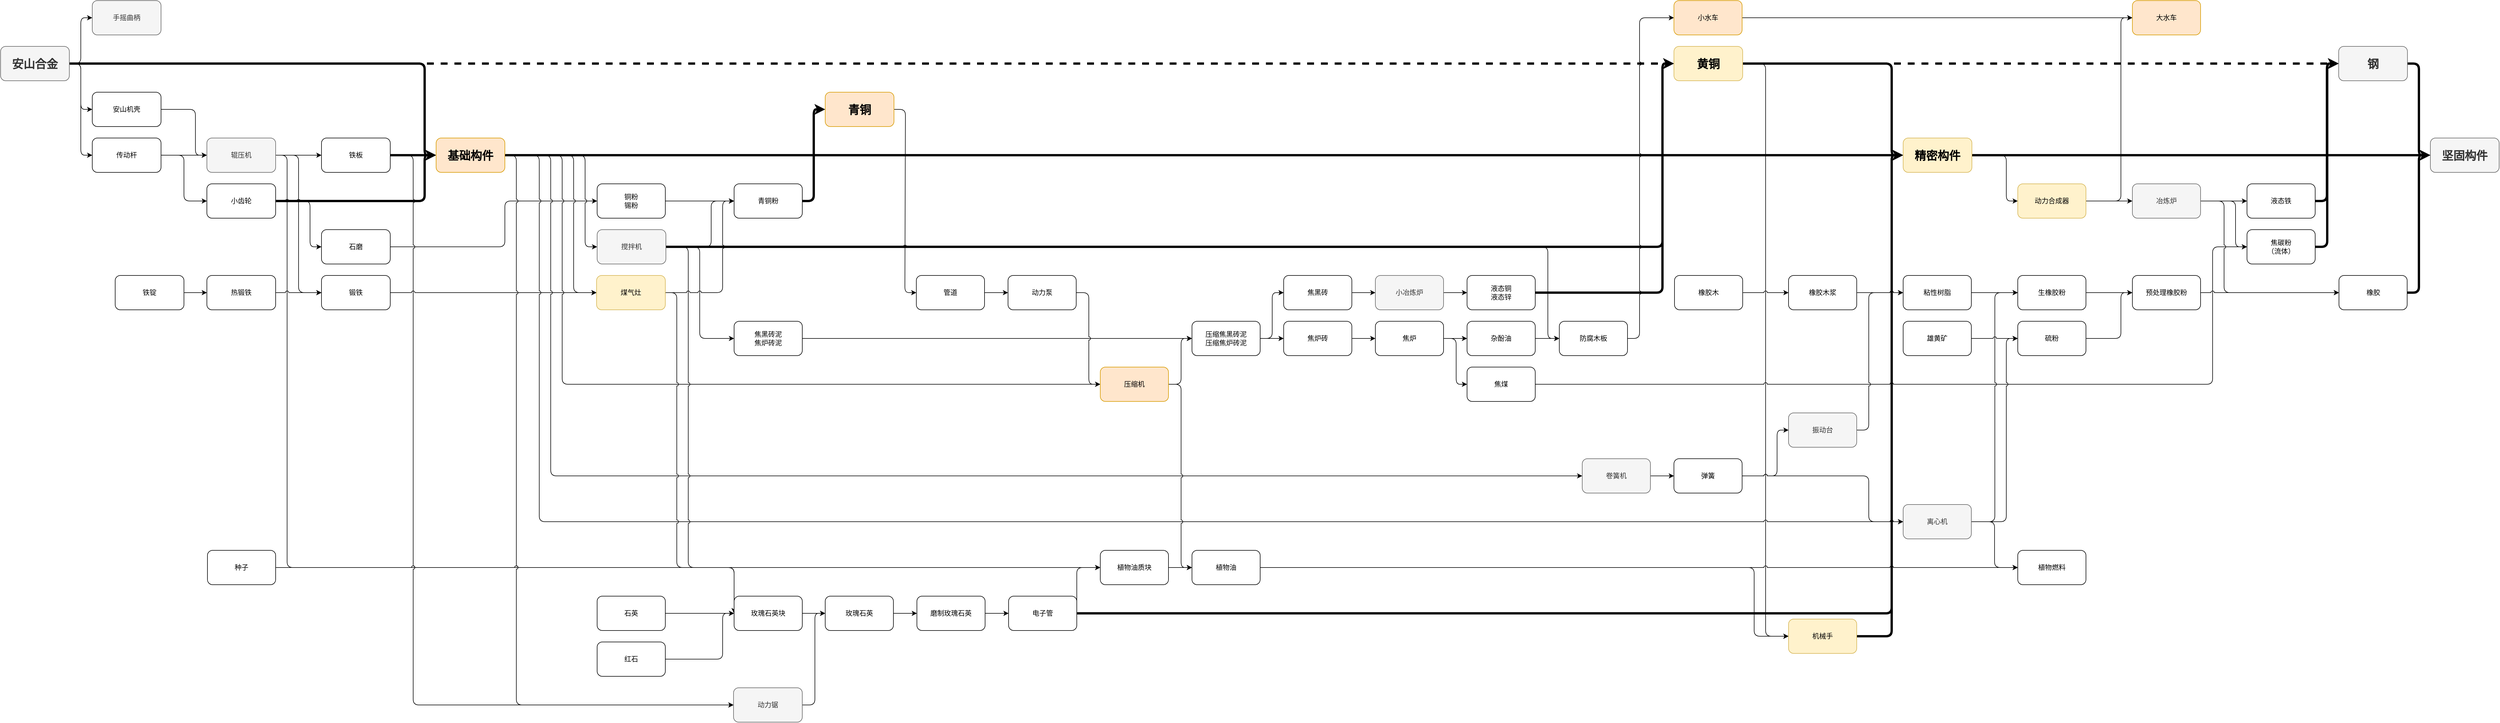
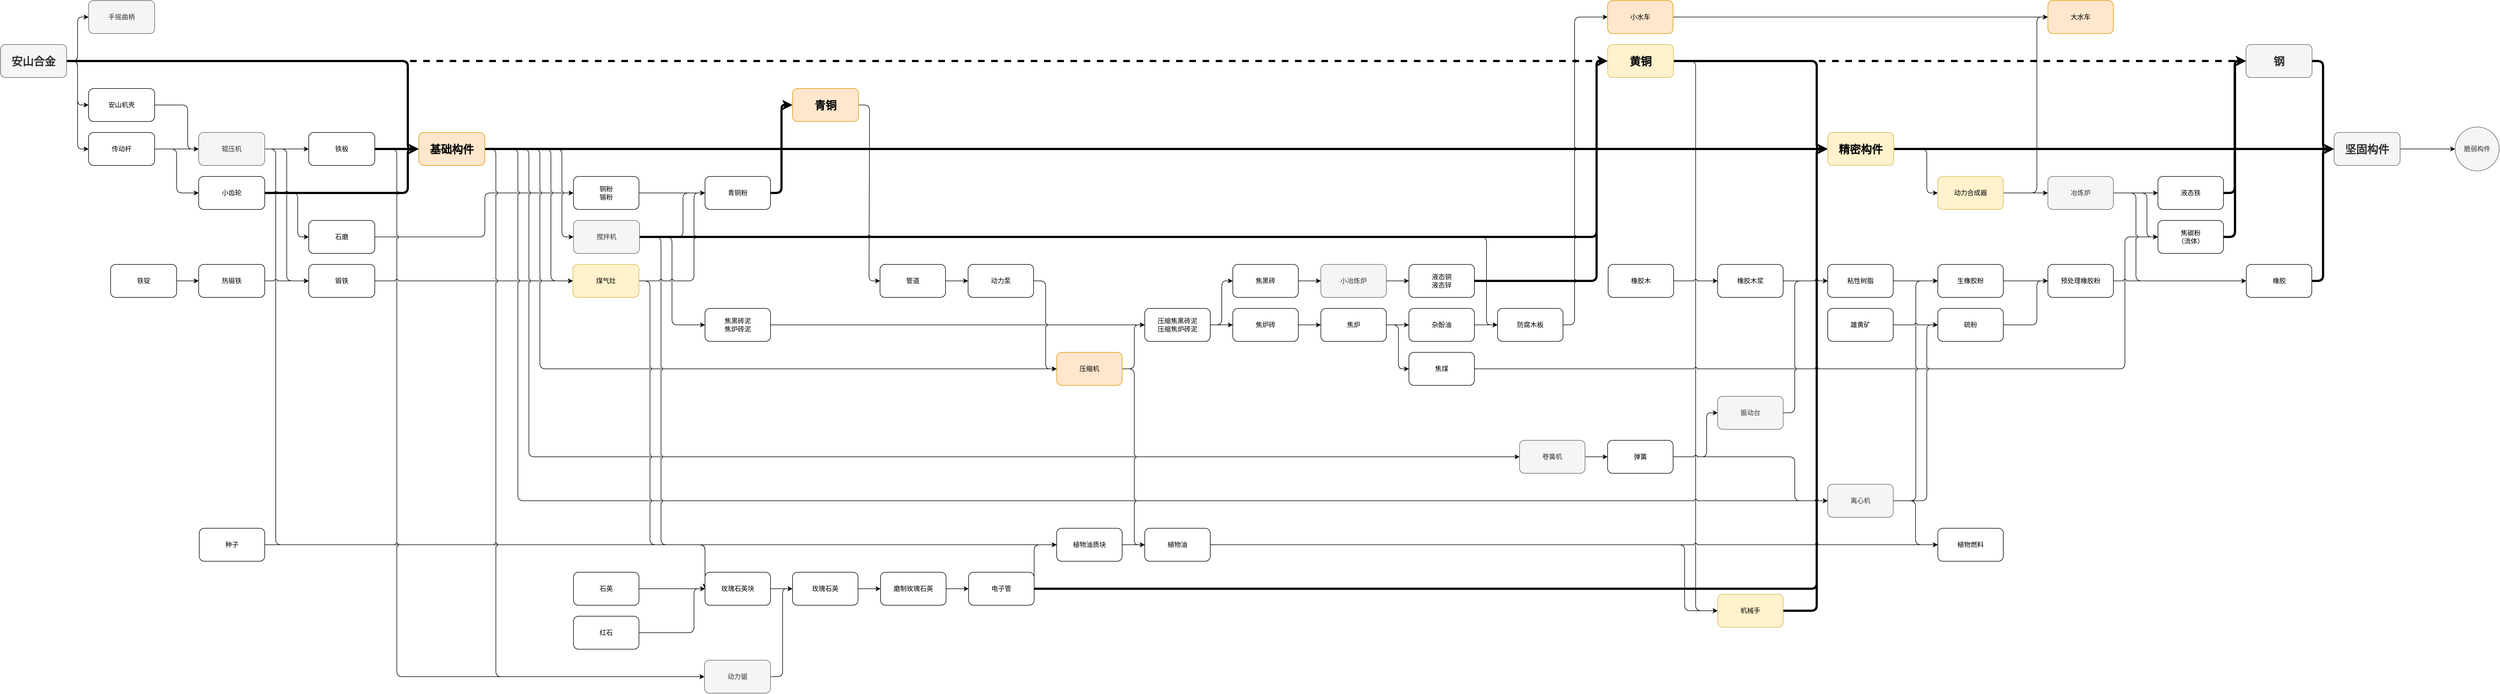
<mxfile host="app.diagrams.net">
  <diagram name="第 1 页" id="wbue6hbnNwZZhj_0dkD_">
-     <mxGraphModel dx="2651" dy="2873" grid="1" gridSize="10" guides="1" tooltips="1" connect="1" arrows="1" fold="1" page="1" pageScale="1" pageWidth="827" pageHeight="1169" math="0" shadow="0">
+     <mxGraphModel dx="1562" dy="2036" grid="1" gridSize="10" guides="1" tooltips="1" connect="1" arrows="1" fold="1" page="1" pageScale="1" pageWidth="827" pageHeight="1169" math="0" shadow="0">
      <root>
        <mxCell id="0" />
        <mxCell id="1" parent="0" />
        <mxCell id="hVVgvd0LLLONm7yzlIF5-7" edge="1" parent="1" source="hVVgvd0LLLONm7yzlIF5-4" style="edgeStyle=orthogonalEdgeStyle;rounded=1;orthogonalLoop=1;jettySize=auto;html=1;exitX=1;exitY=0.5;exitDx=0;exitDy=0;curved=0;strokeColor=#000000;align=center;verticalAlign=middle;fontFamily=Helvetica;fontSize=11;fontColor=default;labelBackgroundColor=default;jumpStyle=none;endArrow=classic;strokeWidth=4;dashed=1;" target="hVVgvd0LLLONm7yzlIF5-5">
          <mxGeometry relative="1" as="geometry">
            <Array as="points">
              <mxPoint x="310" y="-800" />
              <mxPoint x="310" y="-800" />
            </Array>
          </mxGeometry>
        </mxCell>
        <mxCell id="hVVgvd0LLLONm7yzlIF5-9" edge="1" parent="1" source="hVVgvd0LLLONm7yzlIF5-4" style="edgeStyle=orthogonalEdgeStyle;rounded=1;orthogonalLoop=1;jettySize=auto;html=1;exitX=1;exitY=0.5;exitDx=0;exitDy=0;entryX=0;entryY=0.5;entryDx=0;entryDy=0;curved=0;jumpStyle=arc;strokeColor=default;align=center;verticalAlign=middle;fontFamily=Helvetica;fontSize=11;fontColor=default;labelBackgroundColor=default;endArrow=classic;" target="hVVgvd0LLLONm7yzlIF5-8">
          <mxGeometry relative="1" as="geometry">
            <Array as="points">
              <mxPoint x="180" y="-800" />
              <mxPoint x="180" y="-640" />
            </Array>
          </mxGeometry>
        </mxCell>
        <mxCell id="hVVgvd0LLLONm7yzlIF5-11" edge="1" parent="1" source="hVVgvd0LLLONm7yzlIF5-4" style="edgeStyle=orthogonalEdgeStyle;rounded=1;orthogonalLoop=1;jettySize=auto;html=1;exitX=1;exitY=0.5;exitDx=0;exitDy=0;entryX=0;entryY=0.5;entryDx=0;entryDy=0;curved=0;strokeColor=default;align=center;verticalAlign=middle;fontFamily=Helvetica;fontSize=11;fontColor=default;labelBackgroundColor=default;jumpStyle=arc;endArrow=classic;" target="hVVgvd0LLLONm7yzlIF5-10">
          <mxGeometry relative="1" as="geometry" />
        </mxCell>
        <mxCell id="hVVgvd0LLLONm7yzlIF5-25" edge="1" parent="1" source="hVVgvd0LLLONm7yzlIF5-4" style="edgeStyle=orthogonalEdgeStyle;shape=connector;curved=0;rounded=1;jumpStyle=none;orthogonalLoop=1;jettySize=auto;html=1;exitX=1;exitY=0.5;exitDx=0;exitDy=0;entryX=0;entryY=0.5;entryDx=0;entryDy=0;strokeColor=default;align=center;verticalAlign=middle;fontFamily=Helvetica;fontSize=11;fontColor=default;labelBackgroundColor=default;endArrow=classic;strokeWidth=4;" target="hVVgvd0LLLONm7yzlIF5-23">
          <mxGeometry relative="1" as="geometry">
            <Array as="points">
              <mxPoint x="780" y="-800" />
              <mxPoint x="780" y="-640" />
            </Array>
          </mxGeometry>
        </mxCell>
        <mxCell id="BimTSkt5NrRpgPhiDMTA-27" edge="1" parent="1" source="hVVgvd0LLLONm7yzlIF5-4" style="edgeStyle=orthogonalEdgeStyle;shape=connector;curved=0;rounded=1;jumpStyle=arc;orthogonalLoop=1;jettySize=auto;html=1;exitX=1;exitY=0.5;exitDx=0;exitDy=0;entryX=0;entryY=0.5;entryDx=0;entryDy=0;strokeColor=default;align=center;verticalAlign=middle;fontFamily=Helvetica;fontSize=11;fontColor=default;labelBackgroundColor=default;endArrow=classic;" target="BimTSkt5NrRpgPhiDMTA-26">
          <mxGeometry relative="1" as="geometry" />
        </mxCell>
        <mxCell id="hVVgvd0LLLONm7yzlIF5-4" parent="1" style="rounded=1;whiteSpace=wrap;html=1;fillColor=#f5f5f5;fontColor=#333333;strokeColor=#666666;" value="&lt;b&gt;&lt;font style=&quot;font-size: 20px;&quot;&gt;安山合金&lt;/font&gt;&lt;/b&gt;" vertex="1">
          <mxGeometry height="60" width="120" x="40" y="-830" as="geometry" />
        </mxCell>
        <mxCell id="BimTSkt5NrRpgPhiDMTA-9" edge="1" parent="1" source="hVVgvd0LLLONm7yzlIF5-5" style="edgeStyle=orthogonalEdgeStyle;shape=connector;curved=0;rounded=1;jumpStyle=arc;orthogonalLoop=1;jettySize=auto;html=1;exitX=1;exitY=0.5;exitDx=0;exitDy=0;entryX=0;entryY=0.5;entryDx=0;entryDy=0;strokeColor=default;align=center;verticalAlign=middle;fontFamily=Helvetica;fontSize=11;fontColor=default;labelBackgroundColor=default;endArrow=classic;strokeWidth=4;" target="BimTSkt5NrRpgPhiDMTA-8">
          <mxGeometry relative="1" as="geometry">
            <Array as="points">
              <mxPoint x="3340" y="-800" />
              <mxPoint x="3340" y="-640" />
            </Array>
          </mxGeometry>
        </mxCell>
        <mxCell id="BimTSkt5NrRpgPhiDMTA-15" edge="1" parent="1" source="hVVgvd0LLLONm7yzlIF5-5" style="edgeStyle=orthogonalEdgeStyle;shape=connector;curved=0;rounded=1;jumpStyle=arc;orthogonalLoop=1;jettySize=auto;html=1;exitX=1;exitY=0.5;exitDx=0;exitDy=0;entryX=0;entryY=0.5;entryDx=0;entryDy=0;strokeColor=default;align=center;verticalAlign=middle;fontFamily=Helvetica;fontSize=11;fontColor=default;labelBackgroundColor=default;endArrow=classic;" target="BimTSkt5NrRpgPhiDMTA-11">
          <mxGeometry relative="1" as="geometry">
            <Array as="points">
              <mxPoint x="3120" y="-800" />
              <mxPoint x="3120" y="200" />
            </Array>
          </mxGeometry>
        </mxCell>
        <mxCell id="BimTSkt5NrRpgPhiDMTA-49" edge="1" parent="1" source="hVVgvd0LLLONm7yzlIF5-5" style="edgeStyle=orthogonalEdgeStyle;rounded=1;orthogonalLoop=1;jettySize=auto;html=1;exitX=1;exitY=0.5;exitDx=0;exitDy=0;entryX=0;entryY=0.5;entryDx=0;entryDy=0;strokeWidth=4;dashed=1;" target="BimTSkt5NrRpgPhiDMTA-45">
          <mxGeometry relative="1" as="geometry" />
        </mxCell>
        <mxCell id="hVVgvd0LLLONm7yzlIF5-5" parent="1" style="rounded=1;whiteSpace=wrap;html=1;fillColor=#fff2cc;strokeColor=#d6b656;" value="&lt;b&gt;&lt;font style=&quot;font-size: 20px;&quot;&gt;黄铜&lt;/font&gt;&lt;/b&gt;" vertex="1">
          <mxGeometry height="60" width="120" x="2960" y="-830" as="geometry" />
        </mxCell>
        <mxCell id="hVVgvd0LLLONm7yzlIF5-39" edge="1" parent="1" source="hVVgvd0LLLONm7yzlIF5-6" style="edgeStyle=orthogonalEdgeStyle;shape=connector;curved=0;rounded=1;jumpStyle=arc;orthogonalLoop=1;jettySize=auto;html=1;exitX=1;exitY=0.5;exitDx=0;exitDy=0;entryX=0;entryY=0.5;entryDx=0;entryDy=0;strokeColor=default;align=center;verticalAlign=middle;fontFamily=Helvetica;fontSize=11;fontColor=default;labelBackgroundColor=default;endArrow=classic;" target="hVVgvd0LLLONm7yzlIF5-38">
          <mxGeometry relative="1" as="geometry" />
        </mxCell>
        <mxCell id="hVVgvd0LLLONm7yzlIF5-6" parent="1" style="rounded=1;whiteSpace=wrap;html=1;fillColor=#ffe6cc;strokeColor=#d79b00;" value="&lt;b&gt;&lt;font style=&quot;font-size: 20px;&quot;&gt;青铜&lt;/font&gt;&lt;/b&gt;" vertex="1">
          <mxGeometry height="60" width="120" x="1479" y="-750" as="geometry" />
        </mxCell>
        <mxCell id="hVVgvd0LLLONm7yzlIF5-14" edge="1" parent="1" source="hVVgvd0LLLONm7yzlIF5-8" style="edgeStyle=orthogonalEdgeStyle;shape=connector;curved=0;rounded=1;orthogonalLoop=1;jettySize=auto;html=1;exitX=1;exitY=0.5;exitDx=0;exitDy=0;entryX=0;entryY=0.5;entryDx=0;entryDy=0;strokeColor=default;align=center;verticalAlign=middle;fontFamily=Helvetica;fontSize=11;fontColor=default;labelBackgroundColor=default;endArrow=classic;jumpStyle=arc;" target="hVVgvd0LLLONm7yzlIF5-12">
          <mxGeometry relative="1" as="geometry" />
        </mxCell>
        <mxCell id="hVVgvd0LLLONm7yzlIF5-16" edge="1" parent="1" source="hVVgvd0LLLONm7yzlIF5-8" style="edgeStyle=orthogonalEdgeStyle;shape=connector;curved=0;rounded=1;orthogonalLoop=1;jettySize=auto;html=1;exitX=1;exitY=0.5;exitDx=0;exitDy=0;entryX=0;entryY=0.5;entryDx=0;entryDy=0;strokeColor=default;align=center;verticalAlign=middle;fontFamily=Helvetica;fontSize=11;fontColor=default;labelBackgroundColor=default;endArrow=classic;jumpStyle=arc;" target="hVVgvd0LLLONm7yzlIF5-15">
          <mxGeometry relative="1" as="geometry">
            <Array as="points">
              <mxPoint x="360" y="-640" />
              <mxPoint x="360" y="-560" />
            </Array>
            <mxPoint x="320" y="-720.02" as="sourcePoint" />
            <mxPoint x="400" y="-560.02" as="targetPoint" />
          </mxGeometry>
        </mxCell>
        <mxCell id="hVVgvd0LLLONm7yzlIF5-8" parent="1" style="rounded=1;whiteSpace=wrap;html=1;" value="传动杆" vertex="1">
          <mxGeometry height="60" width="120" x="200" y="-670" as="geometry" />
        </mxCell>
        <mxCell id="hVVgvd0LLLONm7yzlIF5-13" edge="1" parent="1" source="hVVgvd0LLLONm7yzlIF5-10" style="edgeStyle=orthogonalEdgeStyle;shape=connector;curved=0;rounded=1;orthogonalLoop=1;jettySize=auto;html=1;exitX=1;exitY=0.5;exitDx=0;exitDy=0;strokeColor=default;align=center;verticalAlign=middle;fontFamily=Helvetica;fontSize=11;fontColor=default;labelBackgroundColor=default;endArrow=classic;entryX=0;entryY=0.5;entryDx=0;entryDy=0;jumpStyle=arc;" target="hVVgvd0LLLONm7yzlIF5-12">
          <mxGeometry relative="1" as="geometry">
            <Array as="points">
              <mxPoint x="380" y="-720" />
              <mxPoint x="380" y="-640" />
            </Array>
          </mxGeometry>
        </mxCell>
        <mxCell id="hVVgvd0LLLONm7yzlIF5-10" parent="1" style="rounded=1;whiteSpace=wrap;html=1;" value="安山机壳" vertex="1">
          <mxGeometry height="60" width="120" x="200" y="-750" as="geometry" />
        </mxCell>
        <mxCell id="hVVgvd0LLLONm7yzlIF5-19" edge="1" parent="1" source="hVVgvd0LLLONm7yzlIF5-12" style="edgeStyle=orthogonalEdgeStyle;shape=connector;curved=0;rounded=1;orthogonalLoop=1;jettySize=auto;html=1;exitX=1;exitY=0.5;exitDx=0;exitDy=0;entryX=0;entryY=0.5;entryDx=0;entryDy=0;strokeColor=default;align=center;verticalAlign=middle;fontFamily=Helvetica;fontSize=11;fontColor=default;labelBackgroundColor=default;endArrow=classic;jumpStyle=arc;" target="hVVgvd0LLLONm7yzlIF5-18">
          <mxGeometry relative="1" as="geometry" />
        </mxCell>
        <mxCell id="hVVgvd0LLLONm7yzlIF5-22" edge="1" parent="1" source="hVVgvd0LLLONm7yzlIF5-12" style="edgeStyle=orthogonalEdgeStyle;shape=connector;curved=0;rounded=1;orthogonalLoop=1;jettySize=auto;html=1;exitX=1;exitY=0.5;exitDx=0;exitDy=0;entryX=0;entryY=0.5;entryDx=0;entryDy=0;strokeColor=default;align=center;verticalAlign=middle;fontFamily=Helvetica;fontSize=11;fontColor=default;labelBackgroundColor=default;endArrow=classic;jumpStyle=arc;" target="hVVgvd0LLLONm7yzlIF5-21">
          <mxGeometry relative="1" as="geometry" />
        </mxCell>
        <mxCell id="BimTSkt5NrRpgPhiDMTA-93" edge="1" parent="1" source="hVVgvd0LLLONm7yzlIF5-12" style="edgeStyle=orthogonalEdgeStyle;shape=connector;rounded=1;jumpStyle=arc;orthogonalLoop=1;jettySize=auto;html=1;exitX=1;exitY=0.5;exitDx=0;exitDy=0;entryX=0;entryY=0.5;entryDx=0;entryDy=0;strokeColor=default;align=center;verticalAlign=middle;fontFamily=Helvetica;fontSize=11;fontColor=default;labelBackgroundColor=default;endArrow=classic;" target="BimTSkt5NrRpgPhiDMTA-90">
          <mxGeometry relative="1" as="geometry">
            <Array as="points">
              <mxPoint x="540" y="-640" />
              <mxPoint x="540" y="80" />
            </Array>
          </mxGeometry>
        </mxCell>
        <mxCell id="hVVgvd0LLLONm7yzlIF5-12" parent="1" style="rounded=1;whiteSpace=wrap;html=1;fillColor=#f5f5f5;fontColor=#333333;strokeColor=#666666;" value="辊压机" vertex="1">
          <mxGeometry height="60" width="120" x="400" y="-670" as="geometry" />
        </mxCell>
        <mxCell id="hVVgvd0LLLONm7yzlIF5-20" edge="1" parent="1" source="hVVgvd0LLLONm7yzlIF5-15" style="edgeStyle=orthogonalEdgeStyle;shape=connector;curved=0;rounded=1;orthogonalLoop=1;jettySize=auto;html=1;exitX=1;exitY=0.5;exitDx=0;exitDy=0;strokeColor=default;align=center;verticalAlign=middle;fontFamily=Helvetica;fontSize=11;fontColor=default;labelBackgroundColor=default;endArrow=classic;entryX=0;entryY=0.5;entryDx=0;entryDy=0;jumpStyle=arc;" target="hVVgvd0LLLONm7yzlIF5-17">
          <mxGeometry relative="1" as="geometry">
            <Array as="points">
              <mxPoint x="580" y="-560" />
              <mxPoint x="580" y="-480" />
            </Array>
            <mxPoint x="590" y="-560.0344827586207" as="targetPoint" />
          </mxGeometry>
        </mxCell>
        <mxCell id="BimTSkt5NrRpgPhiDMTA-10" edge="1" parent="1" source="hVVgvd0LLLONm7yzlIF5-15" style="edgeStyle=orthogonalEdgeStyle;shape=connector;curved=0;rounded=1;jumpStyle=none;orthogonalLoop=1;jettySize=auto;html=1;exitX=1;exitY=0.5;exitDx=0;exitDy=0;entryX=0;entryY=0.5;entryDx=0;entryDy=0;strokeColor=default;align=center;verticalAlign=middle;fontFamily=Helvetica;fontSize=11;fontColor=default;labelBackgroundColor=default;endArrow=classic;strokeWidth=4;" target="hVVgvd0LLLONm7yzlIF5-23">
          <mxGeometry relative="1" as="geometry">
            <Array as="points">
              <mxPoint x="780" y="-560" />
              <mxPoint x="780" y="-640" />
            </Array>
          </mxGeometry>
        </mxCell>
        <mxCell id="hVVgvd0LLLONm7yzlIF5-15" parent="1" style="rounded=1;whiteSpace=wrap;html=1;" value="小齿轮" vertex="1">
          <mxGeometry height="60" width="120" x="400" y="-590" as="geometry" />
        </mxCell>
        <mxCell id="hVVgvd0LLLONm7yzlIF5-35" edge="1" parent="1" source="hVVgvd0LLLONm7yzlIF5-17" style="edgeStyle=orthogonalEdgeStyle;shape=connector;curved=0;rounded=1;jumpStyle=arc;orthogonalLoop=1;jettySize=auto;html=1;exitX=1;exitY=0.5;exitDx=0;exitDy=0;entryX=0;entryY=0.5;entryDx=0;entryDy=0;strokeColor=default;align=center;verticalAlign=middle;fontFamily=Helvetica;fontSize=11;fontColor=default;labelBackgroundColor=default;endArrow=classic;" target="hVVgvd0LLLONm7yzlIF5-32">
          <mxGeometry relative="1" as="geometry">
            <Array as="points">
              <mxPoint x="920" y="-480" />
              <mxPoint x="920" y="-560" />
            </Array>
          </mxGeometry>
        </mxCell>
        <mxCell id="hVVgvd0LLLONm7yzlIF5-17" parent="1" style="rounded=1;whiteSpace=wrap;html=1;" value="石磨" vertex="1">
          <mxGeometry height="60" width="120" x="600" y="-510" as="geometry" />
        </mxCell>
        <mxCell id="hVVgvd0LLLONm7yzlIF5-24" edge="1" parent="1" source="hVVgvd0LLLONm7yzlIF5-18" style="edgeStyle=orthogonalEdgeStyle;shape=connector;curved=0;rounded=1;jumpStyle=none;orthogonalLoop=1;jettySize=auto;html=1;exitX=1;exitY=0.5;exitDx=0;exitDy=0;strokeColor=default;align=center;verticalAlign=middle;fontFamily=Helvetica;fontSize=11;fontColor=default;labelBackgroundColor=default;endArrow=classic;strokeWidth=4;entryX=0;entryY=0.5;entryDx=0;entryDy=0;" target="hVVgvd0LLLONm7yzlIF5-23">
          <mxGeometry relative="1" as="geometry" />
        </mxCell>
        <mxCell id="4fcqwB5ZCuZv3aRTupUW-13" edge="1" parent="1" source="hVVgvd0LLLONm7yzlIF5-18" style="edgeStyle=orthogonalEdgeStyle;shape=connector;curved=0;rounded=1;jumpStyle=arc;orthogonalLoop=1;jettySize=auto;html=1;exitX=1;exitY=0.5;exitDx=0;exitDy=0;entryX=0;entryY=0.5;entryDx=0;entryDy=0;strokeColor=default;align=center;verticalAlign=middle;fontFamily=Helvetica;fontSize=11;fontColor=default;labelBackgroundColor=default;endArrow=classic;" target="4fcqwB5ZCuZv3aRTupUW-11">
          <mxGeometry relative="1" as="geometry">
            <Array as="points">
              <mxPoint x="760" y="-640" />
              <mxPoint x="760" y="320" />
            </Array>
          </mxGeometry>
        </mxCell>
        <mxCell id="hVVgvd0LLLONm7yzlIF5-18" parent="1" style="rounded=1;whiteSpace=wrap;html=1;" value="铁板" vertex="1">
          <mxGeometry height="60" width="120" x="600" y="-670" as="geometry" />
        </mxCell>
        <mxCell id="BimTSkt5NrRpgPhiDMTA-78" edge="1" parent="1" source="hVVgvd0LLLONm7yzlIF5-21" style="edgeStyle=orthogonalEdgeStyle;shape=connector;rounded=1;jumpStyle=arc;orthogonalLoop=1;jettySize=auto;html=1;exitX=1;exitY=0.5;exitDx=0;exitDy=0;entryX=0;entryY=0.5;entryDx=0;entryDy=0;strokeColor=default;align=center;verticalAlign=middle;fontFamily=Helvetica;fontSize=11;fontColor=default;labelBackgroundColor=default;endArrow=classic;" target="hVVgvd0LLLONm7yzlIF5-48">
          <mxGeometry relative="1" as="geometry" />
        </mxCell>
        <mxCell id="hVVgvd0LLLONm7yzlIF5-21" parent="1" style="rounded=1;whiteSpace=wrap;html=1;" value="锻铁" vertex="1">
          <mxGeometry height="60" width="120" x="600" y="-430" as="geometry" />
        </mxCell>
        <mxCell id="hVVgvd0LLLONm7yzlIF5-28" edge="1" parent="1" style="edgeStyle=orthogonalEdgeStyle;shape=connector;curved=0;rounded=1;jumpStyle=arc;orthogonalLoop=1;jettySize=auto;html=1;entryX=0;entryY=0.5;entryDx=0;entryDy=0;strokeColor=default;align=center;verticalAlign=middle;fontFamily=Helvetica;fontSize=11;fontColor=default;labelBackgroundColor=default;endArrow=classic;" target="hVVgvd0LLLONm7yzlIF5-27">
          <mxGeometry relative="1" as="geometry">
            <Array as="points">
              <mxPoint x="1060" y="-640" />
              <mxPoint x="1060" y="-480" />
            </Array>
            <mxPoint x="920" y="-640" as="sourcePoint" />
          </mxGeometry>
        </mxCell>
        <mxCell id="hVVgvd0LLLONm7yzlIF5-44" edge="1" parent="1" source="hVVgvd0LLLONm7yzlIF5-23" style="edgeStyle=orthogonalEdgeStyle;shape=connector;curved=0;rounded=1;jumpStyle=arc;orthogonalLoop=1;jettySize=auto;html=1;exitX=1;exitY=0.5;exitDx=0;exitDy=0;entryX=0;entryY=0.5;entryDx=0;entryDy=0;strokeColor=default;align=center;verticalAlign=middle;fontFamily=Helvetica;fontSize=11;fontColor=default;labelBackgroundColor=default;endArrow=classic;" target="hVVgvd0LLLONm7yzlIF5-42">
          <mxGeometry relative="1" as="geometry">
            <Array as="points">
              <mxPoint x="1020" y="-640" />
              <mxPoint x="1020" y="-240" />
            </Array>
            <mxPoint x="960" y="-640" as="sourcePoint" />
          </mxGeometry>
        </mxCell>
        <mxCell id="hVVgvd0LLLONm7yzlIF5-50" edge="1" parent="1" source="hVVgvd0LLLONm7yzlIF5-23" style="edgeStyle=orthogonalEdgeStyle;shape=connector;curved=0;rounded=1;jumpStyle=arc;orthogonalLoop=1;jettySize=auto;html=1;exitX=1;exitY=0.5;exitDx=0;exitDy=0;entryX=0;entryY=0.5;entryDx=0;entryDy=0;strokeColor=default;align=center;verticalAlign=middle;fontFamily=Helvetica;fontSize=11;fontColor=default;labelBackgroundColor=default;endArrow=classic;" target="hVVgvd0LLLONm7yzlIF5-48">
          <mxGeometry relative="1" as="geometry">
            <Array as="points">
              <mxPoint x="1040" y="-640" />
              <mxPoint x="1040" y="-400" />
            </Array>
            <mxPoint x="960" y="-640" as="sourcePoint" />
          </mxGeometry>
        </mxCell>
        <mxCell id="4fcqwB5ZCuZv3aRTupUW-12" edge="1" parent="1" source="hVVgvd0LLLONm7yzlIF5-23" style="edgeStyle=orthogonalEdgeStyle;shape=connector;curved=0;rounded=1;jumpStyle=arc;orthogonalLoop=1;jettySize=auto;html=1;exitX=1;exitY=0.5;exitDx=0;exitDy=0;entryX=0;entryY=0.5;entryDx=0;entryDy=0;strokeColor=default;align=center;verticalAlign=middle;fontFamily=Helvetica;fontSize=11;fontColor=default;labelBackgroundColor=default;endArrow=classic;" target="4fcqwB5ZCuZv3aRTupUW-11">
          <mxGeometry relative="1" as="geometry">
            <Array as="points">
              <mxPoint x="940" y="-640" />
              <mxPoint x="940" y="320" />
            </Array>
          </mxGeometry>
        </mxCell>
        <mxCell id="BimTSkt5NrRpgPhiDMTA-16" edge="1" parent="1" source="hVVgvd0LLLONm7yzlIF5-23" style="edgeStyle=orthogonalEdgeStyle;shape=connector;curved=0;rounded=1;jumpStyle=none;orthogonalLoop=1;jettySize=auto;html=1;exitX=1;exitY=0.5;exitDx=0;exitDy=0;entryX=0;entryY=0.5;entryDx=0;entryDy=0;strokeColor=#000000;align=center;verticalAlign=middle;fontFamily=Helvetica;fontSize=11;fontColor=default;labelBackgroundColor=default;endArrow=classic;strokeWidth=4;" target="BimTSkt5NrRpgPhiDMTA-8">
          <mxGeometry relative="1" as="geometry" />
        </mxCell>
        <mxCell id="BimTSkt5NrRpgPhiDMTA-76" edge="1" parent="1" source="hVVgvd0LLLONm7yzlIF5-23" style="edgeStyle=orthogonalEdgeStyle;shape=connector;rounded=1;jumpStyle=arc;orthogonalLoop=1;jettySize=auto;html=1;exitX=1;exitY=0.5;exitDx=0;exitDy=0;strokeColor=default;align=center;verticalAlign=middle;fontFamily=Helvetica;fontSize=11;fontColor=default;labelBackgroundColor=default;endArrow=classic;entryX=0;entryY=0.5;entryDx=0;entryDy=0;" target="BimTSkt5NrRpgPhiDMTA-73">
          <mxGeometry relative="1" as="geometry">
            <Array as="points">
              <mxPoint x="1000" y="-640" />
              <mxPoint x="1000" y="-80" />
            </Array>
            <mxPoint x="2200" y="-110" as="targetPoint" />
          </mxGeometry>
        </mxCell>
        <mxCell id="BimTSkt5NrRpgPhiDMTA-83" edge="1" parent="1" source="hVVgvd0LLLONm7yzlIF5-23" style="edgeStyle=orthogonalEdgeStyle;shape=connector;rounded=1;jumpStyle=arc;orthogonalLoop=1;jettySize=auto;html=1;exitX=1;exitY=0.5;exitDx=0;exitDy=0;entryX=0;entryY=0.5;entryDx=0;entryDy=0;strokeColor=default;align=center;verticalAlign=middle;fontFamily=Helvetica;fontSize=11;fontColor=default;labelBackgroundColor=default;endArrow=classic;" target="BimTSkt5NrRpgPhiDMTA-65">
          <mxGeometry relative="1" as="geometry">
            <Array as="points">
              <mxPoint x="980" y="-640" />
              <mxPoint x="980" />
            </Array>
          </mxGeometry>
        </mxCell>
        <mxCell id="hVVgvd0LLLONm7yzlIF5-23" parent="1" style="rounded=1;whiteSpace=wrap;html=1;fillColor=#ffe6cc;strokeColor=#d79b00;" value="&lt;b&gt;&lt;font style=&quot;font-size: 20px;&quot;&gt;基础构件&lt;/font&gt;&lt;/b&gt;" vertex="1">
          <mxGeometry height="60" width="120" x="800" y="-670" as="geometry" />
        </mxCell>
        <mxCell id="hVVgvd0LLLONm7yzlIF5-30" edge="1" parent="1" source="hVVgvd0LLLONm7yzlIF5-27" style="edgeStyle=orthogonalEdgeStyle;shape=connector;curved=0;rounded=1;jumpStyle=arc;orthogonalLoop=1;jettySize=auto;html=1;exitX=1;exitY=0.5;exitDx=0;exitDy=0;strokeColor=default;align=center;verticalAlign=middle;fontFamily=Helvetica;fontSize=11;fontColor=default;labelBackgroundColor=default;endArrow=classic;entryX=0;entryY=0.5;entryDx=0;entryDy=0;" target="hVVgvd0LLLONm7yzlIF5-29">
          <mxGeometry relative="1" as="geometry">
            <Array as="points">
              <mxPoint x="1280" y="-480" />
              <mxPoint x="1280" y="-560" />
            </Array>
            <mxPoint x="1280" y="-470" as="targetPoint" />
          </mxGeometry>
        </mxCell>
        <mxCell id="hVVgvd0LLLONm7yzlIF5-37" edge="1" parent="1" source="hVVgvd0LLLONm7yzlIF5-27" style="edgeStyle=orthogonalEdgeStyle;shape=connector;curved=0;rounded=1;jumpStyle=arc;orthogonalLoop=1;jettySize=auto;html=1;exitX=1;exitY=0.5;exitDx=0;exitDy=0;entryX=0;entryY=0.5;entryDx=0;entryDy=0;strokeColor=default;align=center;verticalAlign=middle;fontFamily=Helvetica;fontSize=11;fontColor=default;labelBackgroundColor=default;endArrow=classic;" target="hVVgvd0LLLONm7yzlIF5-36">
          <mxGeometry relative="1" as="geometry">
            <Array as="points">
              <mxPoint x="1260" y="-480" />
              <mxPoint x="1260" y="-320" />
              <mxPoint x="1320" y="-320" />
            </Array>
          </mxGeometry>
        </mxCell>
        <mxCell id="4fcqwB5ZCuZv3aRTupUW-6" edge="1" parent="1" source="hVVgvd0LLLONm7yzlIF5-27" style="edgeStyle=orthogonalEdgeStyle;shape=connector;curved=0;rounded=1;jumpStyle=arc;orthogonalLoop=1;jettySize=auto;html=1;exitX=1;exitY=0.5;exitDx=0;exitDy=0;entryX=0;entryY=0.5;entryDx=0;entryDy=0;strokeColor=default;align=center;verticalAlign=middle;fontFamily=Helvetica;fontSize=11;fontColor=default;labelBackgroundColor=default;endArrow=classic;" target="4fcqwB5ZCuZv3aRTupUW-4">
          <mxGeometry relative="1" as="geometry">
            <Array as="points">
              <mxPoint x="1240" y="-480" />
              <mxPoint x="1240" y="80" />
            </Array>
          </mxGeometry>
        </mxCell>
        <mxCell id="BimTSkt5NrRpgPhiDMTA-6" edge="1" parent="1" source="hVVgvd0LLLONm7yzlIF5-27" style="edgeStyle=orthogonalEdgeStyle;shape=connector;curved=0;rounded=1;jumpStyle=none;orthogonalLoop=1;jettySize=auto;html=1;exitX=1;exitY=0.5;exitDx=0;exitDy=0;strokeColor=default;align=center;verticalAlign=middle;fontFamily=Helvetica;fontSize=11;fontColor=default;labelBackgroundColor=default;endArrow=classic;entryX=0;entryY=0.5;entryDx=0;entryDy=0;strokeWidth=4;" target="hVVgvd0LLLONm7yzlIF5-5">
          <mxGeometry relative="1" as="geometry">
            <Array as="points">
              <mxPoint x="2940" y="-480" />
              <mxPoint x="2940" y="-800" />
            </Array>
            <mxPoint x="2680" y="-790" as="targetPoint" />
          </mxGeometry>
        </mxCell>
        <mxCell id="BimTSkt5NrRpgPhiDMTA-31" edge="1" parent="1" source="hVVgvd0LLLONm7yzlIF5-27" style="edgeStyle=orthogonalEdgeStyle;shape=connector;curved=0;rounded=1;jumpStyle=arc;orthogonalLoop=1;jettySize=auto;html=1;exitX=1;exitY=0.5;exitDx=0;exitDy=0;entryX=0;entryY=0.5;entryDx=0;entryDy=0;strokeColor=default;align=center;verticalAlign=middle;fontFamily=Helvetica;fontSize=11;fontColor=default;labelBackgroundColor=default;endArrow=classic;" target="BimTSkt5NrRpgPhiDMTA-29">
          <mxGeometry relative="1" as="geometry">
            <Array as="points">
              <mxPoint x="2740" y="-480" />
              <mxPoint x="2740" y="-320" />
            </Array>
          </mxGeometry>
        </mxCell>
        <mxCell id="hVVgvd0LLLONm7yzlIF5-27" parent="1" style="rounded=1;whiteSpace=wrap;html=1;fillColor=#f5f5f5;fontColor=#333333;strokeColor=#666666;" value="搅拌机" vertex="1">
          <mxGeometry height="60" width="120" x="1081" y="-510" as="geometry" />
        </mxCell>
        <mxCell id="hVVgvd0LLLONm7yzlIF5-31" edge="1" parent="1" source="hVVgvd0LLLONm7yzlIF5-29" style="edgeStyle=orthogonalEdgeStyle;shape=connector;curved=0;rounded=1;jumpStyle=none;orthogonalLoop=1;jettySize=auto;html=1;exitX=1;exitY=0.5;exitDx=0;exitDy=0;entryX=0;entryY=0.5;entryDx=0;entryDy=0;strokeColor=default;align=center;verticalAlign=middle;fontFamily=Helvetica;fontSize=11;fontColor=default;labelBackgroundColor=default;endArrow=classic;strokeWidth=4;" target="hVVgvd0LLLONm7yzlIF5-6">
          <mxGeometry relative="1" as="geometry" />
        </mxCell>
        <mxCell id="hVVgvd0LLLONm7yzlIF5-29" parent="1" style="rounded=1;whiteSpace=wrap;html=1;" value="青铜粉" vertex="1">
          <mxGeometry height="60" width="119" x="1320" y="-590" as="geometry" />
        </mxCell>
        <mxCell id="hVVgvd0LLLONm7yzlIF5-34" edge="1" parent="1" source="hVVgvd0LLLONm7yzlIF5-32" style="edgeStyle=orthogonalEdgeStyle;shape=connector;curved=0;rounded=1;jumpStyle=arc;orthogonalLoop=1;jettySize=auto;html=1;exitX=1;exitY=0.5;exitDx=0;exitDy=0;entryX=0;entryY=0.5;entryDx=0;entryDy=0;strokeColor=default;align=center;verticalAlign=middle;fontFamily=Helvetica;fontSize=11;fontColor=default;labelBackgroundColor=default;endArrow=classic;" target="hVVgvd0LLLONm7yzlIF5-29">
          <mxGeometry relative="1" as="geometry">
            <Array as="points">
              <mxPoint x="1270" y="-560" />
              <mxPoint x="1270" y="-560" />
            </Array>
          </mxGeometry>
        </mxCell>
        <mxCell id="hVVgvd0LLLONm7yzlIF5-32" parent="1" style="rounded=1;whiteSpace=wrap;html=1;" value="铜粉&lt;div&gt;锡粉&lt;/div&gt;" vertex="1">
          <mxGeometry height="60" width="119" x="1081" y="-590" as="geometry" />
        </mxCell>
        <mxCell id="hVVgvd0LLLONm7yzlIF5-47" edge="1" parent="1" source="hVVgvd0LLLONm7yzlIF5-36" style="edgeStyle=orthogonalEdgeStyle;shape=connector;curved=0;rounded=1;jumpStyle=arc;orthogonalLoop=1;jettySize=auto;html=1;exitX=1;exitY=0.5;exitDx=0;exitDy=0;entryX=0;entryY=0.5;entryDx=0;entryDy=0;strokeColor=default;align=center;verticalAlign=middle;fontFamily=Helvetica;fontSize=11;fontColor=default;labelBackgroundColor=default;endArrow=classic;" target="hVVgvd0LLLONm7yzlIF5-45">
          <mxGeometry relative="1" as="geometry">
            <Array as="points">
              <mxPoint x="2119" y="-320" />
            </Array>
          </mxGeometry>
        </mxCell>
        <mxCell id="hVVgvd0LLLONm7yzlIF5-36" parent="1" style="rounded=1;whiteSpace=wrap;html=1;" value="焦黑砖泥&lt;div&gt;焦炉砖泥&lt;/div&gt;" vertex="1">
          <mxGeometry height="60" width="119" x="1320" y="-350" as="geometry" />
        </mxCell>
        <mxCell id="hVVgvd0LLLONm7yzlIF5-41" edge="1" parent="1" source="hVVgvd0LLLONm7yzlIF5-38" style="edgeStyle=orthogonalEdgeStyle;shape=connector;curved=0;rounded=1;jumpStyle=arc;orthogonalLoop=1;jettySize=auto;html=1;exitX=1;exitY=0.5;exitDx=0;exitDy=0;strokeColor=default;align=center;verticalAlign=middle;fontFamily=Helvetica;fontSize=11;fontColor=default;labelBackgroundColor=default;endArrow=classic;" target="hVVgvd0LLLONm7yzlIF5-40">
          <mxGeometry relative="1" as="geometry" />
        </mxCell>
        <mxCell id="hVVgvd0LLLONm7yzlIF5-38" parent="1" style="rounded=1;whiteSpace=wrap;html=1;" value="管道" vertex="1">
          <mxGeometry height="60" width="119" x="1638" y="-430" as="geometry" />
        </mxCell>
        <mxCell id="hVVgvd0LLLONm7yzlIF5-43" edge="1" parent="1" source="hVVgvd0LLLONm7yzlIF5-40" style="edgeStyle=orthogonalEdgeStyle;shape=connector;curved=0;rounded=1;jumpStyle=arc;orthogonalLoop=1;jettySize=auto;html=1;exitX=1;exitY=0.5;exitDx=0;exitDy=0;strokeColor=default;align=center;verticalAlign=middle;fontFamily=Helvetica;fontSize=11;fontColor=default;labelBackgroundColor=default;endArrow=classic;" target="hVVgvd0LLLONm7yzlIF5-42">
          <mxGeometry relative="1" as="geometry">
            <Array as="points">
              <mxPoint x="1939" y="-400" />
              <mxPoint x="1939" y="-240" />
            </Array>
          </mxGeometry>
        </mxCell>
        <mxCell id="hVVgvd0LLLONm7yzlIF5-40" parent="1" style="rounded=1;whiteSpace=wrap;html=1;" value="动力泵" vertex="1">
          <mxGeometry height="60" width="119" x="1798" y="-430" as="geometry" />
        </mxCell>
        <mxCell id="hVVgvd0LLLONm7yzlIF5-46" edge="1" parent="1" source="hVVgvd0LLLONm7yzlIF5-42" style="edgeStyle=orthogonalEdgeStyle;shape=connector;curved=0;rounded=1;jumpStyle=arc;orthogonalLoop=1;jettySize=auto;html=1;exitX=1;exitY=0.5;exitDx=0;exitDy=0;entryX=0;entryY=0.5;entryDx=0;entryDy=0;strokeColor=default;align=center;verticalAlign=middle;fontFamily=Helvetica;fontSize=11;fontColor=default;labelBackgroundColor=default;endArrow=classic;" target="hVVgvd0LLLONm7yzlIF5-45">
          <mxGeometry relative="1" as="geometry">
            <Array as="points">
              <mxPoint x="2100" y="-240" />
              <mxPoint x="2100" y="-320" />
            </Array>
          </mxGeometry>
        </mxCell>
        <mxCell id="BimTSkt5NrRpgPhiDMTA-89" edge="1" parent="1" source="hVVgvd0LLLONm7yzlIF5-42" style="edgeStyle=orthogonalEdgeStyle;shape=connector;rounded=1;jumpStyle=arc;orthogonalLoop=1;jettySize=auto;html=1;exitX=1;exitY=0.5;exitDx=0;exitDy=0;entryX=0;entryY=0.5;entryDx=0;entryDy=0;strokeColor=default;align=center;verticalAlign=middle;fontFamily=Helvetica;fontSize=11;fontColor=default;labelBackgroundColor=default;endArrow=classic;" target="BimTSkt5NrRpgPhiDMTA-87">
          <mxGeometry relative="1" as="geometry">
            <Array as="points">
              <mxPoint x="2100" y="-240" />
              <mxPoint x="2100" y="80" />
            </Array>
          </mxGeometry>
        </mxCell>
        <mxCell id="hVVgvd0LLLONm7yzlIF5-42" parent="1" style="rounded=1;whiteSpace=wrap;html=1;fillColor=#ffe6cc;strokeColor=#d79b00;" value="压缩机" vertex="1">
          <mxGeometry height="60" width="119" x="1959" y="-270" as="geometry" />
        </mxCell>
        <mxCell id="Ze34olLxH3gQG4Mn-upq-2" edge="1" parent="1" source="hVVgvd0LLLONm7yzlIF5-45" style="edgeStyle=orthogonalEdgeStyle;rounded=1;orthogonalLoop=1;jettySize=auto;html=1;exitX=1;exitY=0.5;exitDx=0;exitDy=0;entryX=0;entryY=0.5;entryDx=0;entryDy=0;" target="Ze34olLxH3gQG4Mn-upq-1">
          <mxGeometry relative="1" as="geometry">
            <Array as="points">
              <mxPoint x="2259" y="-320" />
              <mxPoint x="2259" y="-400" />
            </Array>
          </mxGeometry>
        </mxCell>
        <mxCell id="BimTSkt5NrRpgPhiDMTA-18" edge="1" parent="1" source="hVVgvd0LLLONm7yzlIF5-45" style="edgeStyle=orthogonalEdgeStyle;shape=connector;curved=0;rounded=1;jumpStyle=arc;orthogonalLoop=1;jettySize=auto;html=1;exitX=1;exitY=0.5;exitDx=0;exitDy=0;entryX=0;entryY=0.5;entryDx=0;entryDy=0;strokeColor=default;align=center;verticalAlign=middle;fontFamily=Helvetica;fontSize=11;fontColor=default;labelBackgroundColor=default;endArrow=classic;" target="BimTSkt5NrRpgPhiDMTA-17">
          <mxGeometry relative="1" as="geometry">
            <Array as="points">
              <mxPoint x="2279" y="-320" />
            </Array>
          </mxGeometry>
        </mxCell>
        <mxCell id="hVVgvd0LLLONm7yzlIF5-45" parent="1" style="rounded=1;whiteSpace=wrap;html=1;" value="压缩焦黑砖泥&lt;div&gt;压缩焦炉砖泥&lt;/div&gt;" vertex="1">
          <mxGeometry height="60" width="119" x="2119" y="-350" as="geometry" />
        </mxCell>
        <mxCell id="hVVgvd0LLLONm7yzlIF5-49" edge="1" parent="1" source="hVVgvd0LLLONm7yzlIF5-48" style="edgeStyle=orthogonalEdgeStyle;shape=connector;curved=0;rounded=1;jumpStyle=arc;orthogonalLoop=1;jettySize=auto;html=1;exitX=1;exitY=0.5;exitDx=0;exitDy=0;entryX=0;entryY=0.5;entryDx=0;entryDy=0;strokeColor=default;align=center;verticalAlign=middle;fontFamily=Helvetica;fontSize=11;fontColor=default;labelBackgroundColor=default;endArrow=classic;" target="hVVgvd0LLLONm7yzlIF5-29">
          <mxGeometry relative="1" as="geometry">
            <Array as="points">
              <mxPoint x="1300" y="-400" />
              <mxPoint x="1300" y="-560" />
            </Array>
          </mxGeometry>
        </mxCell>
        <mxCell id="2kDL9RDc8AbcMjuMP2Lo-1" edge="1" parent="1" source="hVVgvd0LLLONm7yzlIF5-48" style="edgeStyle=orthogonalEdgeStyle;rounded=1;orthogonalLoop=1;jettySize=auto;html=1;exitX=1;exitY=0.5;exitDx=0;exitDy=0;entryX=0;entryY=0.5;entryDx=0;entryDy=0;jumpStyle=arc;curved=0;" target="4fcqwB5ZCuZv3aRTupUW-4">
          <mxGeometry relative="1" as="geometry">
            <Array as="points">
              <mxPoint x="1220" y="-400" />
              <mxPoint x="1220" y="80" />
            </Array>
          </mxGeometry>
        </mxCell>
        <mxCell id="hVVgvd0LLLONm7yzlIF5-48" parent="1" style="rounded=1;whiteSpace=wrap;html=1;fillColor=#fff2cc;strokeColor=#d6b656;" value="煤气灶" vertex="1">
          <mxGeometry height="60" width="120" x="1080" y="-430" as="geometry" />
        </mxCell>
        <mxCell id="4fcqwB5ZCuZv3aRTupUW-8" edge="1" parent="1" source="4fcqwB5ZCuZv3aRTupUW-1" style="edgeStyle=orthogonalEdgeStyle;shape=connector;curved=0;rounded=1;jumpStyle=arc;orthogonalLoop=1;jettySize=auto;html=1;exitX=1;exitY=0.5;exitDx=0;exitDy=0;strokeColor=default;align=center;verticalAlign=middle;fontFamily=Helvetica;fontSize=11;fontColor=default;labelBackgroundColor=default;endArrow=classic;entryX=0;entryY=0.5;entryDx=0;entryDy=0;" target="4fcqwB5ZCuZv3aRTupUW-4">
          <mxGeometry relative="1" as="geometry">
            <mxPoint x="1281" y="119.9565217391305" as="targetPoint" />
          </mxGeometry>
        </mxCell>
        <mxCell id="4fcqwB5ZCuZv3aRTupUW-1" parent="1" style="rounded=1;whiteSpace=wrap;html=1;" value="石英" vertex="1">
          <mxGeometry height="60" width="119" x="1081" y="130" as="geometry" />
        </mxCell>
        <mxCell id="4fcqwB5ZCuZv3aRTupUW-10" edge="1" parent="1" source="4fcqwB5ZCuZv3aRTupUW-2" style="edgeStyle=orthogonalEdgeStyle;shape=connector;curved=0;rounded=1;jumpStyle=arc;orthogonalLoop=1;jettySize=auto;html=1;exitX=1;exitY=0.5;exitDx=0;exitDy=0;entryX=0;entryY=0.5;entryDx=0;entryDy=0;strokeColor=default;align=center;verticalAlign=middle;fontFamily=Helvetica;fontSize=11;fontColor=default;labelBackgroundColor=default;endArrow=classic;" target="4fcqwB5ZCuZv3aRTupUW-5">
          <mxGeometry relative="1" as="geometry" />
        </mxCell>
        <mxCell id="4fcqwB5ZCuZv3aRTupUW-2" parent="1" style="rounded=1;whiteSpace=wrap;html=1;" value="玫瑰石英" vertex="1">
          <mxGeometry height="60" width="119" x="1479" y="130" as="geometry" />
        </mxCell>
        <mxCell id="4fcqwB5ZCuZv3aRTupUW-7" edge="1" parent="1" source="4fcqwB5ZCuZv3aRTupUW-3" style="edgeStyle=orthogonalEdgeStyle;shape=connector;curved=0;rounded=1;jumpStyle=arc;orthogonalLoop=1;jettySize=auto;html=1;exitX=1;exitY=0.5;exitDx=0;exitDy=0;entryX=0;entryY=0.5;entryDx=0;entryDy=0;strokeColor=default;align=center;verticalAlign=middle;fontFamily=Helvetica;fontSize=11;fontColor=default;labelBackgroundColor=default;endArrow=classic;" target="4fcqwB5ZCuZv3aRTupUW-4">
          <mxGeometry relative="1" as="geometry">
            <Array as="points">
              <mxPoint x="1300" y="240" />
              <mxPoint x="1300" y="160" />
            </Array>
          </mxGeometry>
        </mxCell>
        <mxCell id="4fcqwB5ZCuZv3aRTupUW-3" parent="1" style="rounded=1;whiteSpace=wrap;html=1;" value="红石" vertex="1">
          <mxGeometry height="60" width="119" x="1081" y="210" as="geometry" />
        </mxCell>
        <mxCell id="4fcqwB5ZCuZv3aRTupUW-9" edge="1" parent="1" source="4fcqwB5ZCuZv3aRTupUW-4" style="edgeStyle=orthogonalEdgeStyle;shape=connector;curved=0;rounded=1;jumpStyle=arc;orthogonalLoop=1;jettySize=auto;html=1;exitX=1;exitY=0.5;exitDx=0;exitDy=0;entryX=0;entryY=0.5;entryDx=0;entryDy=0;strokeColor=default;align=center;verticalAlign=middle;fontFamily=Helvetica;fontSize=11;fontColor=default;labelBackgroundColor=default;endArrow=classic;" target="4fcqwB5ZCuZv3aRTupUW-2">
          <mxGeometry relative="1" as="geometry" />
        </mxCell>
        <mxCell id="4fcqwB5ZCuZv3aRTupUW-4" parent="1" style="rounded=1;whiteSpace=wrap;html=1;" value="玫瑰石英块" vertex="1">
          <mxGeometry height="60" width="119" x="1320" y="130" as="geometry" />
        </mxCell>
        <mxCell id="2kDL9RDc8AbcMjuMP2Lo-4" edge="1" parent="1" source="4fcqwB5ZCuZv3aRTupUW-5" style="edgeStyle=orthogonalEdgeStyle;shape=connector;curved=0;rounded=1;jumpStyle=arc;orthogonalLoop=1;jettySize=auto;html=1;exitX=1;exitY=0.5;exitDx=0;exitDy=0;entryX=0;entryY=0.5;entryDx=0;entryDy=0;strokeColor=default;align=center;verticalAlign=middle;fontFamily=Helvetica;fontSize=11;fontColor=default;labelBackgroundColor=default;endArrow=classic;" target="2kDL9RDc8AbcMjuMP2Lo-3">
          <mxGeometry relative="1" as="geometry" />
        </mxCell>
        <mxCell id="4fcqwB5ZCuZv3aRTupUW-5" parent="1" style="rounded=1;whiteSpace=wrap;html=1;" value="磨制玫瑰石英" vertex="1">
          <mxGeometry height="60" width="119" x="1639" y="130" as="geometry" />
        </mxCell>
        <mxCell id="BimTSkt5NrRpgPhiDMTA-77" edge="1" parent="1" source="4fcqwB5ZCuZv3aRTupUW-11" style="edgeStyle=orthogonalEdgeStyle;shape=connector;rounded=1;jumpStyle=arc;orthogonalLoop=1;jettySize=auto;html=1;exitX=1;exitY=0.5;exitDx=0;exitDy=0;entryX=0;entryY=0.5;entryDx=0;entryDy=0;strokeColor=default;align=center;verticalAlign=middle;fontFamily=Helvetica;fontSize=11;fontColor=default;labelBackgroundColor=default;endArrow=classic;" target="4fcqwB5ZCuZv3aRTupUW-2">
          <mxGeometry relative="1" as="geometry">
            <Array as="points">
              <mxPoint x="1461" y="320" />
              <mxPoint x="1461" y="160" />
            </Array>
          </mxGeometry>
        </mxCell>
        <mxCell id="4fcqwB5ZCuZv3aRTupUW-11" parent="1" style="rounded=1;whiteSpace=wrap;html=1;fillColor=#f5f5f5;fontColor=#333333;strokeColor=#666666;" value="动力锯" vertex="1">
          <mxGeometry height="60" width="120" x="1319" y="290" as="geometry" />
        </mxCell>
        <mxCell id="BimTSkt5NrRpgPhiDMTA-12" edge="1" parent="1" source="2kDL9RDc8AbcMjuMP2Lo-3" style="edgeStyle=orthogonalEdgeStyle;shape=connector;curved=0;rounded=1;jumpStyle=arc;orthogonalLoop=1;jettySize=auto;html=1;exitX=1;exitY=0.5;exitDx=0;exitDy=0;entryX=0;entryY=0.5;entryDx=0;entryDy=0;strokeColor=default;align=center;verticalAlign=middle;fontFamily=Helvetica;fontSize=11;fontColor=default;labelBackgroundColor=default;endArrow=classic;" target="BimTSkt5NrRpgPhiDMTA-11">
          <mxGeometry relative="1" as="geometry">
            <Array as="points">
              <mxPoint x="1918" y="80" />
              <mxPoint x="3100" y="80" />
              <mxPoint x="3100" y="200" />
            </Array>
          </mxGeometry>
        </mxCell>
        <mxCell id="BimTSkt5NrRpgPhiDMTA-13" edge="1" parent="1" source="2kDL9RDc8AbcMjuMP2Lo-3" style="edgeStyle=orthogonalEdgeStyle;shape=connector;curved=0;rounded=1;jumpStyle=none;orthogonalLoop=1;jettySize=auto;html=1;entryX=0;entryY=0.5;entryDx=0;entryDy=0;strokeColor=default;align=center;verticalAlign=middle;fontFamily=Helvetica;fontSize=11;fontColor=default;labelBackgroundColor=default;endArrow=classic;strokeWidth=4;exitX=1;exitY=0.5;exitDx=0;exitDy=0;" target="BimTSkt5NrRpgPhiDMTA-8">
          <mxGeometry relative="1" as="geometry">
            <Array as="points">
              <mxPoint x="3340" y="160" />
              <mxPoint x="3340" y="-640" />
            </Array>
            <mxPoint x="1970" y="60" as="sourcePoint" />
            <mxPoint x="3392" y="-710" as="targetPoint" />
          </mxGeometry>
        </mxCell>
        <mxCell id="2kDL9RDc8AbcMjuMP2Lo-3" parent="1" style="rounded=1;whiteSpace=wrap;html=1;" value="电子管" vertex="1">
          <mxGeometry height="60" width="119" x="1799" y="130" as="geometry" />
        </mxCell>
        <mxCell id="BimTSkt5NrRpgPhiDMTA-3" edge="1" parent="1" source="Ze34olLxH3gQG4Mn-upq-1" style="edgeStyle=orthogonalEdgeStyle;rounded=1;orthogonalLoop=1;jettySize=auto;html=1;exitX=1;exitY=0.5;exitDx=0;exitDy=0;entryX=0;entryY=0.5;entryDx=0;entryDy=0;" target="BimTSkt5NrRpgPhiDMTA-1">
          <mxGeometry relative="1" as="geometry" />
        </mxCell>
        <mxCell id="Ze34olLxH3gQG4Mn-upq-1" parent="1" style="rounded=1;whiteSpace=wrap;html=1;" value="焦黑砖" vertex="1">
          <mxGeometry height="60" width="119" x="2279" y="-430" as="geometry" />
        </mxCell>
        <mxCell id="BimTSkt5NrRpgPhiDMTA-4" edge="1" parent="1" source="BimTSkt5NrRpgPhiDMTA-1" style="edgeStyle=orthogonalEdgeStyle;rounded=1;orthogonalLoop=1;jettySize=auto;html=1;exitX=1;exitY=0.5;exitDx=0;exitDy=0;entryX=0;entryY=0.5;entryDx=0;entryDy=0;" target="BimTSkt5NrRpgPhiDMTA-2">
          <mxGeometry relative="1" as="geometry" />
        </mxCell>
        <mxCell id="BimTSkt5NrRpgPhiDMTA-1" parent="1" style="rounded=1;whiteSpace=wrap;html=1;fillColor=#f5f5f5;fontColor=#333333;strokeColor=#666666;" value="小冶炼炉" vertex="1">
          <mxGeometry height="60" width="119" x="2439" y="-430" as="geometry" />
        </mxCell>
        <mxCell id="BimTSkt5NrRpgPhiDMTA-7" edge="1" parent="1" source="BimTSkt5NrRpgPhiDMTA-2" style="edgeStyle=orthogonalEdgeStyle;shape=connector;curved=0;rounded=1;jumpStyle=none;orthogonalLoop=1;jettySize=auto;html=1;exitX=1;exitY=0.5;exitDx=0;exitDy=0;strokeColor=default;align=center;verticalAlign=middle;fontFamily=Helvetica;fontSize=11;fontColor=default;labelBackgroundColor=default;endArrow=classic;strokeWidth=4;entryX=0;entryY=0.5;entryDx=0;entryDy=0;" target="hVVgvd0LLLONm7yzlIF5-5">
          <mxGeometry relative="1" as="geometry">
            <Array as="points">
              <mxPoint x="2940" y="-400" />
              <mxPoint x="2940" y="-800" />
            </Array>
            <mxPoint x="2760" y="-800" as="targetPoint" />
          </mxGeometry>
        </mxCell>
        <mxCell id="BimTSkt5NrRpgPhiDMTA-2" parent="1" style="rounded=1;whiteSpace=wrap;html=1;" value="&lt;div&gt;液态铜&lt;/div&gt;液态锌" vertex="1">
          <mxGeometry height="60" width="119" x="2599" y="-430" as="geometry" />
        </mxCell>
        <mxCell id="BimTSkt5NrRpgPhiDMTA-35" edge="1" parent="1" source="BimTSkt5NrRpgPhiDMTA-8" style="edgeStyle=orthogonalEdgeStyle;rounded=1;orthogonalLoop=1;jettySize=auto;html=1;exitX=1;exitY=0.5;exitDx=0;exitDy=0;entryX=0;entryY=0.5;entryDx=0;entryDy=0;" target="BimTSkt5NrRpgPhiDMTA-34">
          <mxGeometry relative="1" as="geometry">
            <Array as="points">
              <mxPoint x="3540" y="-640" />
              <mxPoint x="3540" y="-560" />
            </Array>
          </mxGeometry>
        </mxCell>
        <mxCell id="BimTSkt5NrRpgPhiDMTA-57" edge="1" parent="1" source="BimTSkt5NrRpgPhiDMTA-8" style="edgeStyle=orthogonalEdgeStyle;rounded=1;orthogonalLoop=1;jettySize=auto;html=1;exitX=1;exitY=0.5;exitDx=0;exitDy=0;entryX=0;entryY=0.5;entryDx=0;entryDy=0;strokeWidth=4;" target="BimTSkt5NrRpgPhiDMTA-50">
          <mxGeometry relative="1" as="geometry" />
        </mxCell>
        <mxCell id="BimTSkt5NrRpgPhiDMTA-8" parent="1" style="rounded=1;whiteSpace=wrap;html=1;fillColor=#fff2cc;strokeColor=#d6b656;" value="&lt;b&gt;&lt;font style=&quot;font-size: 20px;&quot;&gt;精密构件&lt;/font&gt;&lt;/b&gt;" vertex="1">
          <mxGeometry height="60" width="120" x="3360" y="-670" as="geometry" />
        </mxCell>
        <mxCell id="BimTSkt5NrRpgPhiDMTA-14" edge="1" parent="1" source="BimTSkt5NrRpgPhiDMTA-11" style="edgeStyle=orthogonalEdgeStyle;shape=connector;curved=0;rounded=1;jumpStyle=none;orthogonalLoop=1;jettySize=auto;html=1;exitX=1;exitY=0.5;exitDx=0;exitDy=0;entryX=0;entryY=0.5;entryDx=0;entryDy=0;strokeColor=default;align=center;verticalAlign=middle;fontFamily=Helvetica;fontSize=11;fontColor=default;labelBackgroundColor=default;endArrow=classic;strokeWidth=4;" target="BimTSkt5NrRpgPhiDMTA-8">
          <mxGeometry relative="1" as="geometry">
            <Array as="points">
              <mxPoint x="3340" y="200" />
              <mxPoint x="3340" y="-640" />
            </Array>
          </mxGeometry>
        </mxCell>
        <mxCell id="BimTSkt5NrRpgPhiDMTA-11" parent="1" style="rounded=1;whiteSpace=wrap;html=1;fillColor=#fff2cc;strokeColor=#d6b656;" value="机械手" vertex="1">
          <mxGeometry height="60" width="119" x="3160" y="170" as="geometry" />
        </mxCell>
        <mxCell id="BimTSkt5NrRpgPhiDMTA-21" edge="1" parent="1" source="BimTSkt5NrRpgPhiDMTA-17" style="edgeStyle=orthogonalEdgeStyle;shape=connector;curved=0;rounded=1;jumpStyle=arc;orthogonalLoop=1;jettySize=auto;html=1;exitX=1;exitY=0.5;exitDx=0;exitDy=0;entryX=0;entryY=0.5;entryDx=0;entryDy=0;strokeColor=default;align=center;verticalAlign=middle;fontFamily=Helvetica;fontSize=11;fontColor=default;labelBackgroundColor=default;endArrow=classic;" target="BimTSkt5NrRpgPhiDMTA-20">
          <mxGeometry relative="1" as="geometry" />
        </mxCell>
        <mxCell id="BimTSkt5NrRpgPhiDMTA-17" parent="1" style="rounded=1;whiteSpace=wrap;html=1;" value="焦炉砖" vertex="1">
          <mxGeometry height="60" width="119" x="2279" y="-350" as="geometry" />
        </mxCell>
        <mxCell id="BimTSkt5NrRpgPhiDMTA-24" edge="1" parent="1" source="BimTSkt5NrRpgPhiDMTA-20" style="edgeStyle=orthogonalEdgeStyle;shape=connector;curved=0;rounded=1;jumpStyle=arc;orthogonalLoop=1;jettySize=auto;html=1;exitX=1;exitY=0.5;exitDx=0;exitDy=0;entryX=0;entryY=0.5;entryDx=0;entryDy=0;strokeColor=default;align=center;verticalAlign=middle;fontFamily=Helvetica;fontSize=11;fontColor=default;labelBackgroundColor=default;endArrow=classic;" target="BimTSkt5NrRpgPhiDMTA-23">
          <mxGeometry relative="1" as="geometry" />
        </mxCell>
        <mxCell id="BimTSkt5NrRpgPhiDMTA-25" edge="1" parent="1" source="BimTSkt5NrRpgPhiDMTA-20" style="edgeStyle=orthogonalEdgeStyle;shape=connector;curved=0;rounded=1;jumpStyle=arc;orthogonalLoop=1;jettySize=auto;html=1;exitX=1;exitY=0.5;exitDx=0;exitDy=0;entryX=0;entryY=0.5;entryDx=0;entryDy=0;strokeColor=default;align=center;verticalAlign=middle;fontFamily=Helvetica;fontSize=11;fontColor=default;labelBackgroundColor=default;endArrow=classic;" target="BimTSkt5NrRpgPhiDMTA-22">
          <mxGeometry relative="1" as="geometry">
            <Array as="points">
              <mxPoint x="2558" y="-320" />
              <mxPoint x="2580" y="-320" />
              <mxPoint x="2580" y="-240" />
            </Array>
          </mxGeometry>
        </mxCell>
        <mxCell id="BimTSkt5NrRpgPhiDMTA-20" parent="1" style="rounded=1;whiteSpace=wrap;html=1;" value="焦炉" vertex="1">
          <mxGeometry height="60" width="119" x="2439" y="-350" as="geometry" />
        </mxCell>
        <mxCell id="BimTSkt5NrRpgPhiDMTA-48" edge="1" parent="1" source="BimTSkt5NrRpgPhiDMTA-22" style="edgeStyle=orthogonalEdgeStyle;rounded=1;orthogonalLoop=1;jettySize=auto;html=1;exitX=1;exitY=0.5;exitDx=0;exitDy=0;entryX=0;entryY=0.5;entryDx=0;entryDy=0;jumpStyle=arc;" target="BimTSkt5NrRpgPhiDMTA-43">
          <mxGeometry relative="1" as="geometry">
            <Array as="points">
              <mxPoint x="3900" y="-240" />
              <mxPoint x="3900" y="-480" />
            </Array>
          </mxGeometry>
        </mxCell>
        <mxCell id="BimTSkt5NrRpgPhiDMTA-22" parent="1" style="rounded=1;whiteSpace=wrap;html=1;" value="焦煤" vertex="1">
          <mxGeometry height="60" width="119" x="2599" y="-270" as="geometry" />
        </mxCell>
        <mxCell id="BimTSkt5NrRpgPhiDMTA-30" edge="1" parent="1" source="BimTSkt5NrRpgPhiDMTA-23" style="edgeStyle=orthogonalEdgeStyle;shape=connector;curved=0;rounded=1;jumpStyle=arc;orthogonalLoop=1;jettySize=auto;html=1;exitX=1;exitY=0.5;exitDx=0;exitDy=0;entryX=0;entryY=0.5;entryDx=0;entryDy=0;strokeColor=default;align=center;verticalAlign=middle;fontFamily=Helvetica;fontSize=11;fontColor=default;labelBackgroundColor=default;endArrow=classic;" target="BimTSkt5NrRpgPhiDMTA-29">
          <mxGeometry relative="1" as="geometry">
            <Array as="points">
              <mxPoint x="2740" y="-320" />
              <mxPoint x="2740" y="-320" />
            </Array>
          </mxGeometry>
        </mxCell>
        <mxCell id="BimTSkt5NrRpgPhiDMTA-23" parent="1" style="rounded=1;whiteSpace=wrap;html=1;" value="杂酚油" vertex="1">
          <mxGeometry height="60" width="119" x="2599" y="-350" as="geometry" />
        </mxCell>
        <mxCell id="BimTSkt5NrRpgPhiDMTA-26" parent="1" style="rounded=1;whiteSpace=wrap;html=1;fillColor=#f5f5f5;fontColor=#333333;strokeColor=#666666;" value="手摇曲柄" vertex="1">
          <mxGeometry height="60" width="120" x="200" y="-910" as="geometry" />
        </mxCell>
        <mxCell id="BimTSkt5NrRpgPhiDMTA-33" edge="1" parent="1" source="BimTSkt5NrRpgPhiDMTA-29" style="edgeStyle=orthogonalEdgeStyle;shape=connector;curved=0;rounded=1;jumpStyle=arc;orthogonalLoop=1;jettySize=auto;html=1;strokeColor=default;align=center;verticalAlign=middle;fontFamily=Helvetica;fontSize=11;fontColor=default;labelBackgroundColor=default;endArrow=classic;exitX=1;exitY=0.5;exitDx=0;exitDy=0;" target="BimTSkt5NrRpgPhiDMTA-32" value="">
          <mxGeometry relative="1" as="geometry">
            <Array as="points">
              <mxPoint x="2900" y="-320" />
              <mxPoint x="2900" y="-880" />
            </Array>
          </mxGeometry>
        </mxCell>
        <mxCell id="BimTSkt5NrRpgPhiDMTA-29" parent="1" style="rounded=1;whiteSpace=wrap;html=1;" value="防腐木板" vertex="1">
          <mxGeometry height="60" width="119" x="2760" y="-350" as="geometry" />
        </mxCell>
        <mxCell id="BimTSkt5NrRpgPhiDMTA-38" edge="1" parent="1" source="BimTSkt5NrRpgPhiDMTA-32" style="edgeStyle=orthogonalEdgeStyle;rounded=1;orthogonalLoop=1;jettySize=auto;html=1;exitX=1;exitY=0.5;exitDx=0;exitDy=0;entryX=0;entryY=0.5;entryDx=0;entryDy=0;" target="BimTSkt5NrRpgPhiDMTA-36">
          <mxGeometry relative="1" as="geometry" />
        </mxCell>
        <mxCell id="BimTSkt5NrRpgPhiDMTA-32" parent="1" style="rounded=1;whiteSpace=wrap;html=1;fillColor=#ffe6cc;strokeColor=#d79b00;" value="小水车" vertex="1">
          <mxGeometry height="60" width="119" x="2960" y="-910" as="geometry" />
        </mxCell>
        <mxCell id="BimTSkt5NrRpgPhiDMTA-37" edge="1" parent="1" source="BimTSkt5NrRpgPhiDMTA-34" style="edgeStyle=orthogonalEdgeStyle;rounded=1;orthogonalLoop=1;jettySize=auto;html=1;exitX=1;exitY=0.5;exitDx=0;exitDy=0;entryX=0;entryY=0.5;entryDx=0;entryDy=0;" target="BimTSkt5NrRpgPhiDMTA-36">
          <mxGeometry relative="1" as="geometry">
            <Array as="points">
              <mxPoint x="3740" y="-560" />
              <mxPoint x="3740" y="-880" />
            </Array>
          </mxGeometry>
        </mxCell>
        <mxCell id="BimTSkt5NrRpgPhiDMTA-40" edge="1" parent="1" source="BimTSkt5NrRpgPhiDMTA-34" style="edgeStyle=orthogonalEdgeStyle;rounded=1;orthogonalLoop=1;jettySize=auto;html=1;exitX=1;exitY=0.5;exitDx=0;exitDy=0;entryX=0;entryY=0.5;entryDx=0;entryDy=0;" target="BimTSkt5NrRpgPhiDMTA-39">
          <mxGeometry relative="1" as="geometry" />
        </mxCell>
        <mxCell id="BimTSkt5NrRpgPhiDMTA-34" parent="1" style="rounded=1;whiteSpace=wrap;html=1;fillColor=#fff2cc;strokeColor=#d6b656;" value="动力合成器" vertex="1">
          <mxGeometry height="60" width="119" x="3560" y="-590" as="geometry" />
        </mxCell>
        <mxCell id="BimTSkt5NrRpgPhiDMTA-36" parent="1" style="rounded=1;whiteSpace=wrap;html=1;fillColor=#ffe6cc;strokeColor=#d79b00;" value="大水车" vertex="1">
          <mxGeometry height="60" width="119" x="3760" y="-910" as="geometry" />
        </mxCell>
        <mxCell id="BimTSkt5NrRpgPhiDMTA-42" edge="1" parent="1" source="BimTSkt5NrRpgPhiDMTA-39" style="edgeStyle=orthogonalEdgeStyle;rounded=1;orthogonalLoop=1;jettySize=auto;html=1;exitX=1;exitY=0.5;exitDx=0;exitDy=0;entryX=0;entryY=0.5;entryDx=0;entryDy=0;" target="BimTSkt5NrRpgPhiDMTA-41">
          <mxGeometry relative="1" as="geometry" />
        </mxCell>
        <mxCell id="BimTSkt5NrRpgPhiDMTA-44" edge="1" parent="1" source="BimTSkt5NrRpgPhiDMTA-39" style="edgeStyle=orthogonalEdgeStyle;rounded=1;orthogonalLoop=1;jettySize=auto;html=1;exitX=1;exitY=0.5;exitDx=0;exitDy=0;entryX=0;entryY=0.5;entryDx=0;entryDy=0;" target="BimTSkt5NrRpgPhiDMTA-43">
          <mxGeometry relative="1" as="geometry">
            <Array as="points">
              <mxPoint x="3940" y="-560" />
              <mxPoint x="3940" y="-480" />
            </Array>
          </mxGeometry>
        </mxCell>
        <mxCell id="BimTSkt5NrRpgPhiDMTA-58" edge="1" parent="1" source="BimTSkt5NrRpgPhiDMTA-39" style="edgeStyle=orthogonalEdgeStyle;rounded=1;orthogonalLoop=1;jettySize=auto;html=1;exitX=1;exitY=0.5;exitDx=0;exitDy=0;entryX=0;entryY=0.5;entryDx=0;entryDy=0;jumpStyle=arc;" target="BimTSkt5NrRpgPhiDMTA-52">
          <mxGeometry relative="1" as="geometry">
            <Array as="points">
              <mxPoint x="3920" y="-560" />
              <mxPoint x="3920" y="-400" />
            </Array>
          </mxGeometry>
        </mxCell>
        <mxCell id="BimTSkt5NrRpgPhiDMTA-39" parent="1" style="rounded=1;whiteSpace=wrap;html=1;fillColor=#f5f5f5;fontColor=#333333;strokeColor=#666666;" value="冶炼炉" vertex="1">
          <mxGeometry height="60" width="119" x="3760" y="-590" as="geometry" />
        </mxCell>
        <mxCell id="BimTSkt5NrRpgPhiDMTA-46" edge="1" parent="1" source="BimTSkt5NrRpgPhiDMTA-41" style="edgeStyle=orthogonalEdgeStyle;rounded=1;orthogonalLoop=1;jettySize=auto;html=1;exitX=1;exitY=0.5;exitDx=0;exitDy=0;entryX=0;entryY=0.5;entryDx=0;entryDy=0;strokeWidth=4;" target="BimTSkt5NrRpgPhiDMTA-45">
          <mxGeometry relative="1" as="geometry" />
        </mxCell>
        <mxCell id="BimTSkt5NrRpgPhiDMTA-41" parent="1" style="rounded=1;whiteSpace=wrap;html=1;" value="液态铁" vertex="1">
          <mxGeometry height="60" width="119" x="3960" y="-590" as="geometry" />
        </mxCell>
        <mxCell id="BimTSkt5NrRpgPhiDMTA-47" edge="1" parent="1" source="BimTSkt5NrRpgPhiDMTA-43" style="edgeStyle=orthogonalEdgeStyle;rounded=1;orthogonalLoop=1;jettySize=auto;html=1;exitX=1;exitY=0.5;exitDx=0;exitDy=0;entryX=0;entryY=0.5;entryDx=0;entryDy=0;strokeWidth=4;" target="BimTSkt5NrRpgPhiDMTA-45">
          <mxGeometry relative="1" as="geometry">
            <Array as="points">
              <mxPoint x="4100" y="-480" />
              <mxPoint x="4100" y="-800" />
            </Array>
          </mxGeometry>
        </mxCell>
        <mxCell id="BimTSkt5NrRpgPhiDMTA-43" parent="1" style="rounded=1;whiteSpace=wrap;html=1;" value="焦碳粉&lt;div&gt;（流体）&lt;/div&gt;" vertex="1">
          <mxGeometry height="60" width="119" x="3960" y="-510" as="geometry" />
        </mxCell>
        <mxCell id="BimTSkt5NrRpgPhiDMTA-51" edge="1" parent="1" source="BimTSkt5NrRpgPhiDMTA-45" style="edgeStyle=orthogonalEdgeStyle;rounded=1;orthogonalLoop=1;jettySize=auto;html=1;exitX=1;exitY=0.5;exitDx=0;exitDy=0;entryX=0;entryY=0.5;entryDx=0;entryDy=0;strokeWidth=4;" target="BimTSkt5NrRpgPhiDMTA-50">
          <mxGeometry relative="1" as="geometry">
            <Array as="points">
              <mxPoint x="4260" y="-800" />
              <mxPoint x="4260" y="-640" />
            </Array>
          </mxGeometry>
        </mxCell>
        <mxCell id="BimTSkt5NrRpgPhiDMTA-45" parent="1" style="rounded=1;whiteSpace=wrap;html=1;fillColor=#f5f5f5;strokeColor=#666666;fontColor=#333333;" value="&lt;b&gt;&lt;font style=&quot;font-size: 20px;&quot;&gt;钢&lt;/font&gt;&lt;/b&gt;" vertex="1">
          <mxGeometry height="60" width="120" x="4120" y="-830" as="geometry" />
        </mxCell>
+         <mxCell id="aKQlAdYWhEk_16VjKJHb-2" edge="1" parent="1" source="BimTSkt5NrRpgPhiDMTA-50" style="edgeStyle=orthogonalEdgeStyle;rounded=0;orthogonalLoop=1;jettySize=auto;html=1;" target="aKQlAdYWhEk_16VjKJHb-1" value="">
+           <mxGeometry relative="1" as="geometry" />
+         </mxCell>
        <mxCell id="BimTSkt5NrRpgPhiDMTA-50" parent="1" style="rounded=1;whiteSpace=wrap;html=1;fillColor=#f5f5f5;strokeColor=#666666;fontColor=#333333;" value="&lt;b&gt;&lt;font style=&quot;font-size: 20px;&quot;&gt;坚固构件&lt;/font&gt;&lt;/b&gt;" vertex="1">
          <mxGeometry height="60" width="120" x="4280" y="-670" as="geometry" />
        </mxCell>
        <mxCell id="BimTSkt5NrRpgPhiDMTA-54" edge="1" parent="1" source="BimTSkt5NrRpgPhiDMTA-52" style="edgeStyle=orthogonalEdgeStyle;rounded=1;orthogonalLoop=1;jettySize=auto;html=1;exitX=1;exitY=0.5;exitDx=0;exitDy=0;entryX=0;entryY=0.5;entryDx=0;entryDy=0;strokeWidth=4;" target="BimTSkt5NrRpgPhiDMTA-50">
          <mxGeometry relative="1" as="geometry">
            <Array as="points">
              <mxPoint x="4260" y="-400" />
              <mxPoint x="4260" y="-640" />
            </Array>
          </mxGeometry>
        </mxCell>
        <mxCell id="BimTSkt5NrRpgPhiDMTA-52" parent="1" style="rounded=1;whiteSpace=wrap;html=1;" value="橡胶" vertex="1">
          <mxGeometry height="60" width="119" x="4120.5" y="-430" as="geometry" />
        </mxCell>
        <mxCell id="BimTSkt5NrRpgPhiDMTA-56" edge="1" parent="1" source="BimTSkt5NrRpgPhiDMTA-55" style="edgeStyle=orthogonalEdgeStyle;rounded=1;orthogonalLoop=1;jettySize=auto;html=1;exitX=1;exitY=0.5;exitDx=0;exitDy=0;entryX=0;entryY=0.5;entryDx=0;entryDy=0;jumpStyle=arc;" target="BimTSkt5NrRpgPhiDMTA-52">
          <mxGeometry relative="1" as="geometry" />
        </mxCell>
        <mxCell id="BimTSkt5NrRpgPhiDMTA-55" parent="1" style="rounded=1;whiteSpace=wrap;html=1;" value="预处理橡胶粉" vertex="1">
          <mxGeometry height="60" width="119" x="3760" y="-430" as="geometry" />
        </mxCell>
        <mxCell id="BimTSkt5NrRpgPhiDMTA-60" edge="1" parent="1" source="BimTSkt5NrRpgPhiDMTA-59" style="edgeStyle=orthogonalEdgeStyle;shape=connector;rounded=1;jumpStyle=arc;orthogonalLoop=1;jettySize=auto;html=1;exitX=1;exitY=0.5;exitDx=0;exitDy=0;entryX=0;entryY=0.5;entryDx=0;entryDy=0;strokeColor=default;align=center;verticalAlign=middle;fontFamily=Helvetica;fontSize=11;fontColor=default;labelBackgroundColor=default;endArrow=classic;" target="BimTSkt5NrRpgPhiDMTA-55">
          <mxGeometry relative="1" as="geometry" />
        </mxCell>
        <mxCell id="BimTSkt5NrRpgPhiDMTA-59" parent="1" style="rounded=1;whiteSpace=wrap;html=1;" value="生橡胶粉" vertex="1">
          <mxGeometry height="60" width="119" x="3560" y="-430" as="geometry" />
        </mxCell>
        <mxCell id="BimTSkt5NrRpgPhiDMTA-62" edge="1" parent="1" source="BimTSkt5NrRpgPhiDMTA-61" style="edgeStyle=orthogonalEdgeStyle;shape=connector;rounded=1;jumpStyle=arc;orthogonalLoop=1;jettySize=auto;html=1;exitX=1;exitY=0.5;exitDx=0;exitDy=0;entryX=0;entryY=0.5;entryDx=0;entryDy=0;strokeColor=default;align=center;verticalAlign=middle;fontFamily=Helvetica;fontSize=11;fontColor=default;labelBackgroundColor=default;endArrow=classic;" target="BimTSkt5NrRpgPhiDMTA-55">
          <mxGeometry relative="1" as="geometry">
            <Array as="points">
              <mxPoint x="3740" y="-320" />
              <mxPoint x="3740" y="-400" />
            </Array>
          </mxGeometry>
        </mxCell>
        <mxCell id="BimTSkt5NrRpgPhiDMTA-61" parent="1" style="rounded=1;whiteSpace=wrap;html=1;" value="硫粉" vertex="1">
          <mxGeometry height="60" width="119" x="3560" y="-350" as="geometry" />
        </mxCell>
        <mxCell id="BimTSkt5NrRpgPhiDMTA-64" edge="1" parent="1" source="BimTSkt5NrRpgPhiDMTA-63" style="edgeStyle=orthogonalEdgeStyle;shape=connector;rounded=1;jumpStyle=arc;orthogonalLoop=1;jettySize=auto;html=1;exitX=1;exitY=0.5;exitDx=0;exitDy=0;entryX=0;entryY=0.5;entryDx=0;entryDy=0;strokeColor=default;align=center;verticalAlign=middle;fontFamily=Helvetica;fontSize=11;fontColor=default;labelBackgroundColor=default;endArrow=classic;" target="BimTSkt5NrRpgPhiDMTA-59">
          <mxGeometry relative="1" as="geometry" />
        </mxCell>
        <mxCell id="BimTSkt5NrRpgPhiDMTA-63" parent="1" style="rounded=1;whiteSpace=wrap;html=1;" value="粘性树脂" vertex="1">
          <mxGeometry height="60" width="119" x="3360" y="-430" as="geometry" />
        </mxCell>
        <mxCell id="BimTSkt5NrRpgPhiDMTA-67" edge="1" parent="1" source="BimTSkt5NrRpgPhiDMTA-65" style="edgeStyle=orthogonalEdgeStyle;shape=connector;rounded=1;jumpStyle=arc;orthogonalLoop=1;jettySize=auto;html=1;exitX=1;exitY=0.5;exitDx=0;exitDy=0;entryX=0;entryY=0.5;entryDx=0;entryDy=0;strokeColor=default;align=center;verticalAlign=middle;fontFamily=Helvetica;fontSize=11;fontColor=default;labelBackgroundColor=default;endArrow=classic;" target="BimTSkt5NrRpgPhiDMTA-59">
          <mxGeometry relative="1" as="geometry">
            <Array as="points">
              <mxPoint x="3520" />
              <mxPoint x="3520" y="-400" />
            </Array>
          </mxGeometry>
        </mxCell>
        <mxCell id="BimTSkt5NrRpgPhiDMTA-70" edge="1" parent="1" source="BimTSkt5NrRpgPhiDMTA-65" style="edgeStyle=orthogonalEdgeStyle;shape=connector;rounded=1;jumpStyle=arc;orthogonalLoop=1;jettySize=auto;html=1;exitX=1;exitY=0.5;exitDx=0;exitDy=0;entryX=0;entryY=0.5;entryDx=0;entryDy=0;strokeColor=default;align=center;verticalAlign=middle;fontFamily=Helvetica;fontSize=11;fontColor=default;labelBackgroundColor=default;endArrow=classic;" target="BimTSkt5NrRpgPhiDMTA-61">
          <mxGeometry relative="1" as="geometry">
            <Array as="points">
              <mxPoint x="3540" />
              <mxPoint x="3540" y="-320" />
            </Array>
          </mxGeometry>
        </mxCell>
        <mxCell id="BimTSkt5NrRpgPhiDMTA-85" edge="1" parent="1" source="BimTSkt5NrRpgPhiDMTA-65" style="edgeStyle=orthogonalEdgeStyle;shape=connector;rounded=1;jumpStyle=arc;orthogonalLoop=1;jettySize=auto;html=1;exitX=1;exitY=0.5;exitDx=0;exitDy=0;entryX=0;entryY=0.5;entryDx=0;entryDy=0;strokeColor=default;align=center;verticalAlign=middle;fontFamily=Helvetica;fontSize=11;fontColor=default;labelBackgroundColor=default;endArrow=classic;" target="BimTSkt5NrRpgPhiDMTA-84">
          <mxGeometry relative="1" as="geometry" />
        </mxCell>
        <mxCell id="BimTSkt5NrRpgPhiDMTA-65" parent="1" style="rounded=1;whiteSpace=wrap;html=1;fillColor=#f5f5f5;fontColor=#333333;strokeColor=#666666;" value="离心机" vertex="1">
          <mxGeometry height="60" width="119" x="3360" y="-30" as="geometry" />
        </mxCell>
        <mxCell id="BimTSkt5NrRpgPhiDMTA-69" edge="1" parent="1" source="BimTSkt5NrRpgPhiDMTA-68" style="edgeStyle=orthogonalEdgeStyle;shape=connector;rounded=1;jumpStyle=arc;orthogonalLoop=1;jettySize=auto;html=1;exitX=1;exitY=0.5;exitDx=0;exitDy=0;entryX=0;entryY=0.5;entryDx=0;entryDy=0;strokeColor=default;align=center;verticalAlign=middle;fontFamily=Helvetica;fontSize=11;fontColor=default;labelBackgroundColor=default;endArrow=classic;" target="BimTSkt5NrRpgPhiDMTA-61">
          <mxGeometry relative="1" as="geometry" />
        </mxCell>
        <mxCell id="BimTSkt5NrRpgPhiDMTA-68" parent="1" style="rounded=1;whiteSpace=wrap;html=1;" value="雄黄矿" vertex="1">
          <mxGeometry height="60" width="119" x="3360" y="-350" as="geometry" />
        </mxCell>
        <mxCell id="BimTSkt5NrRpgPhiDMTA-72" edge="1" parent="1" source="BimTSkt5NrRpgPhiDMTA-71" style="edgeStyle=orthogonalEdgeStyle;shape=connector;rounded=1;jumpStyle=arc;orthogonalLoop=1;jettySize=auto;html=1;exitX=1;exitY=0.5;exitDx=0;exitDy=0;entryX=0;entryY=0.5;entryDx=0;entryDy=0;strokeColor=default;align=center;verticalAlign=middle;fontFamily=Helvetica;fontSize=11;fontColor=default;labelBackgroundColor=default;endArrow=classic;" target="BimTSkt5NrRpgPhiDMTA-65">
          <mxGeometry relative="1" as="geometry">
            <Array as="points">
              <mxPoint x="3300" y="-80" />
              <mxPoint x="3300" />
            </Array>
          </mxGeometry>
        </mxCell>
        <mxCell id="BimTSkt5NrRpgPhiDMTA-97" edge="1" parent="1" source="BimTSkt5NrRpgPhiDMTA-71" style="edgeStyle=orthogonalEdgeStyle;shape=connector;rounded=1;jumpStyle=arc;orthogonalLoop=1;jettySize=auto;html=1;exitX=1;exitY=0.5;exitDx=0;exitDy=0;entryX=0;entryY=0.5;entryDx=0;entryDy=0;strokeColor=default;align=center;verticalAlign=middle;fontFamily=Helvetica;fontSize=11;fontColor=default;labelBackgroundColor=default;endArrow=classic;" target="BimTSkt5NrRpgPhiDMTA-96">
          <mxGeometry relative="1" as="geometry">
            <Array as="points">
              <mxPoint x="3140" y="-80" />
              <mxPoint x="3140" y="-160" />
            </Array>
          </mxGeometry>
        </mxCell>
        <mxCell id="BimTSkt5NrRpgPhiDMTA-71" parent="1" style="rounded=1;whiteSpace=wrap;html=1;" value="弹簧" vertex="1">
          <mxGeometry height="60" width="119" x="2960" y="-110" as="geometry" />
        </mxCell>
        <mxCell id="BimTSkt5NrRpgPhiDMTA-74" edge="1" parent="1" source="BimTSkt5NrRpgPhiDMTA-73" style="edgeStyle=orthogonalEdgeStyle;shape=connector;rounded=1;jumpStyle=arc;orthogonalLoop=1;jettySize=auto;html=1;exitX=1;exitY=0.5;exitDx=0;exitDy=0;entryX=0;entryY=0.5;entryDx=0;entryDy=0;strokeColor=default;align=center;verticalAlign=middle;fontFamily=Helvetica;fontSize=11;fontColor=default;labelBackgroundColor=default;endArrow=classic;" target="BimTSkt5NrRpgPhiDMTA-71">
          <mxGeometry relative="1" as="geometry" />
        </mxCell>
        <mxCell id="BimTSkt5NrRpgPhiDMTA-73" parent="1" style="rounded=1;whiteSpace=wrap;html=1;fillColor=#f5f5f5;fontColor=#333333;strokeColor=#666666;" value="卷簧机" vertex="1">
          <mxGeometry height="60" width="119" x="2800" y="-110" as="geometry" />
        </mxCell>
        <mxCell id="BimTSkt5NrRpgPhiDMTA-80" edge="1" parent="1" source="BimTSkt5NrRpgPhiDMTA-79" style="edgeStyle=orthogonalEdgeStyle;shape=connector;rounded=1;jumpStyle=arc;orthogonalLoop=1;jettySize=auto;html=1;exitX=1;exitY=0.5;exitDx=0;exitDy=0;entryX=0;entryY=0.5;entryDx=0;entryDy=0;strokeColor=default;align=center;verticalAlign=middle;fontFamily=Helvetica;fontSize=11;fontColor=default;labelBackgroundColor=default;endArrow=classic;" target="hVVgvd0LLLONm7yzlIF5-21">
          <mxGeometry relative="1" as="geometry" />
        </mxCell>
        <mxCell id="BimTSkt5NrRpgPhiDMTA-79" parent="1" style="rounded=1;whiteSpace=wrap;html=1;" value="热锻铁" vertex="1">
          <mxGeometry height="60" width="120" x="400" y="-430" as="geometry" />
        </mxCell>
        <mxCell id="BimTSkt5NrRpgPhiDMTA-82" edge="1" parent="1" source="BimTSkt5NrRpgPhiDMTA-81" style="edgeStyle=orthogonalEdgeStyle;shape=connector;rounded=1;jumpStyle=arc;orthogonalLoop=1;jettySize=auto;html=1;exitX=1;exitY=0.5;exitDx=0;exitDy=0;entryX=0;entryY=0.5;entryDx=0;entryDy=0;strokeColor=default;align=center;verticalAlign=middle;fontFamily=Helvetica;fontSize=11;fontColor=default;labelBackgroundColor=default;endArrow=classic;" target="BimTSkt5NrRpgPhiDMTA-79">
          <mxGeometry relative="1" as="geometry" />
        </mxCell>
        <mxCell id="BimTSkt5NrRpgPhiDMTA-81" parent="1" style="rounded=1;whiteSpace=wrap;html=1;" value="铁锭" vertex="1">
          <mxGeometry height="60" width="120" x="240" y="-430" as="geometry" />
        </mxCell>
        <mxCell id="BimTSkt5NrRpgPhiDMTA-84" parent="1" style="rounded=1;whiteSpace=wrap;html=1;" value="植物燃料" vertex="1">
          <mxGeometry height="60" width="119" x="3560" y="50" as="geometry" />
        </mxCell>
        <mxCell id="BimTSkt5NrRpgPhiDMTA-88" edge="1" parent="1" source="BimTSkt5NrRpgPhiDMTA-87" style="edgeStyle=orthogonalEdgeStyle;shape=connector;rounded=1;jumpStyle=arc;orthogonalLoop=1;jettySize=auto;html=1;exitX=1;exitY=0.5;exitDx=0;exitDy=0;entryX=0;entryY=0.5;entryDx=0;entryDy=0;strokeColor=default;align=center;verticalAlign=middle;fontFamily=Helvetica;fontSize=11;fontColor=default;labelBackgroundColor=default;endArrow=classic;" target="BimTSkt5NrRpgPhiDMTA-84">
          <mxGeometry relative="1" as="geometry" />
        </mxCell>
        <mxCell id="BimTSkt5NrRpgPhiDMTA-87" parent="1" style="rounded=1;whiteSpace=wrap;html=1;" value="植物油" vertex="1">
          <mxGeometry height="60" width="119" x="2119" y="50" as="geometry" />
        </mxCell>
        <mxCell id="BimTSkt5NrRpgPhiDMTA-91" edge="1" parent="1" source="BimTSkt5NrRpgPhiDMTA-90" style="edgeStyle=orthogonalEdgeStyle;shape=connector;rounded=1;jumpStyle=arc;orthogonalLoop=1;jettySize=auto;html=1;exitX=1;exitY=0.5;exitDx=0;exitDy=0;entryX=0;entryY=0.5;entryDx=0;entryDy=0;strokeColor=default;align=center;verticalAlign=middle;fontFamily=Helvetica;fontSize=11;fontColor=default;labelBackgroundColor=default;endArrow=classic;" target="BimTSkt5NrRpgPhiDMTA-87">
          <mxGeometry relative="1" as="geometry" />
        </mxCell>
        <mxCell id="BimTSkt5NrRpgPhiDMTA-90" parent="1" style="rounded=1;whiteSpace=wrap;html=1;" value="植物油质块" vertex="1">
          <mxGeometry height="60" width="119" x="1959" y="50" as="geometry" />
        </mxCell>
        <mxCell id="BimTSkt5NrRpgPhiDMTA-94" edge="1" parent="1" source="BimTSkt5NrRpgPhiDMTA-92" style="edgeStyle=orthogonalEdgeStyle;shape=connector;rounded=1;jumpStyle=arc;orthogonalLoop=1;jettySize=auto;html=1;exitX=1;exitY=0.5;exitDx=0;exitDy=0;entryX=0;entryY=0.5;entryDx=0;entryDy=0;strokeColor=default;align=center;verticalAlign=middle;fontFamily=Helvetica;fontSize=11;fontColor=default;labelBackgroundColor=default;endArrow=classic;" target="BimTSkt5NrRpgPhiDMTA-90">
          <mxGeometry relative="1" as="geometry" />
        </mxCell>
        <mxCell id="BimTSkt5NrRpgPhiDMTA-92" parent="1" style="rounded=1;whiteSpace=wrap;html=1;" value="种子" vertex="1">
          <mxGeometry height="60" width="119" x="401" y="50" as="geometry" />
        </mxCell>
        <mxCell id="BimTSkt5NrRpgPhiDMTA-98" edge="1" parent="1" source="BimTSkt5NrRpgPhiDMTA-96" style="edgeStyle=orthogonalEdgeStyle;shape=connector;rounded=1;jumpStyle=arc;orthogonalLoop=1;jettySize=auto;html=1;exitX=1;exitY=0.5;exitDx=0;exitDy=0;entryX=0;entryY=0.5;entryDx=0;entryDy=0;strokeColor=default;align=center;verticalAlign=middle;fontFamily=Helvetica;fontSize=11;fontColor=default;labelBackgroundColor=default;endArrow=classic;" target="BimTSkt5NrRpgPhiDMTA-63">
          <mxGeometry relative="1" as="geometry">
            <Array as="points">
              <mxPoint x="3300" y="-160" />
              <mxPoint x="3300" y="-400" />
            </Array>
          </mxGeometry>
        </mxCell>
        <mxCell id="BimTSkt5NrRpgPhiDMTA-96" parent="1" style="rounded=1;whiteSpace=wrap;html=1;fillColor=#f5f5f5;fontColor=#333333;strokeColor=#666666;" value="振动台" vertex="1">
          <mxGeometry height="60" width="119" x="3160" y="-190" as="geometry" />
        </mxCell>
        <mxCell id="BimTSkt5NrRpgPhiDMTA-100" edge="1" parent="1" source="BimTSkt5NrRpgPhiDMTA-99" style="edgeStyle=orthogonalEdgeStyle;shape=connector;rounded=1;jumpStyle=arc;orthogonalLoop=1;jettySize=auto;html=1;exitX=1;exitY=0.5;exitDx=0;exitDy=0;entryX=0;entryY=0.5;entryDx=0;entryDy=0;strokeColor=default;align=center;verticalAlign=middle;fontFamily=Helvetica;fontSize=11;fontColor=default;labelBackgroundColor=default;endArrow=classic;" target="BimTSkt5NrRpgPhiDMTA-63">
          <mxGeometry relative="1" as="geometry" />
        </mxCell>
        <mxCell id="BimTSkt5NrRpgPhiDMTA-99" parent="1" style="rounded=1;whiteSpace=wrap;html=1;" value="橡胶木浆" vertex="1">
          <mxGeometry height="60" width="119" x="3160" y="-430" as="geometry" />
        </mxCell>
        <mxCell id="BimTSkt5NrRpgPhiDMTA-102" edge="1" parent="1" source="BimTSkt5NrRpgPhiDMTA-101" style="edgeStyle=orthogonalEdgeStyle;shape=connector;rounded=1;jumpStyle=arc;orthogonalLoop=1;jettySize=auto;html=1;exitX=1;exitY=0.5;exitDx=0;exitDy=0;entryX=0;entryY=0.5;entryDx=0;entryDy=0;strokeColor=default;align=center;verticalAlign=middle;fontFamily=Helvetica;fontSize=11;fontColor=default;labelBackgroundColor=default;endArrow=classic;" target="BimTSkt5NrRpgPhiDMTA-99">
          <mxGeometry relative="1" as="geometry" />
        </mxCell>
        <mxCell id="BimTSkt5NrRpgPhiDMTA-101" parent="1" style="rounded=1;whiteSpace=wrap;html=1;" value="橡胶木" vertex="1">
          <mxGeometry height="60" width="119" x="2961" y="-430" as="geometry" />
+         </mxCell>
+         <mxCell id="aKQlAdYWhEk_16VjKJHb-1" parent="1" style="ellipse;whiteSpace=wrap;html=1;fillColor=#f5f5f5;strokeColor=#666666;fontColor=#333333;rounded=1;" value="脆弱构件" vertex="1">
+           <mxGeometry height="80" width="80" x="4500" y="-680" as="geometry" />
        </mxCell>
      </root>
    </mxGraphModel>
  </diagram>
</mxfile>
